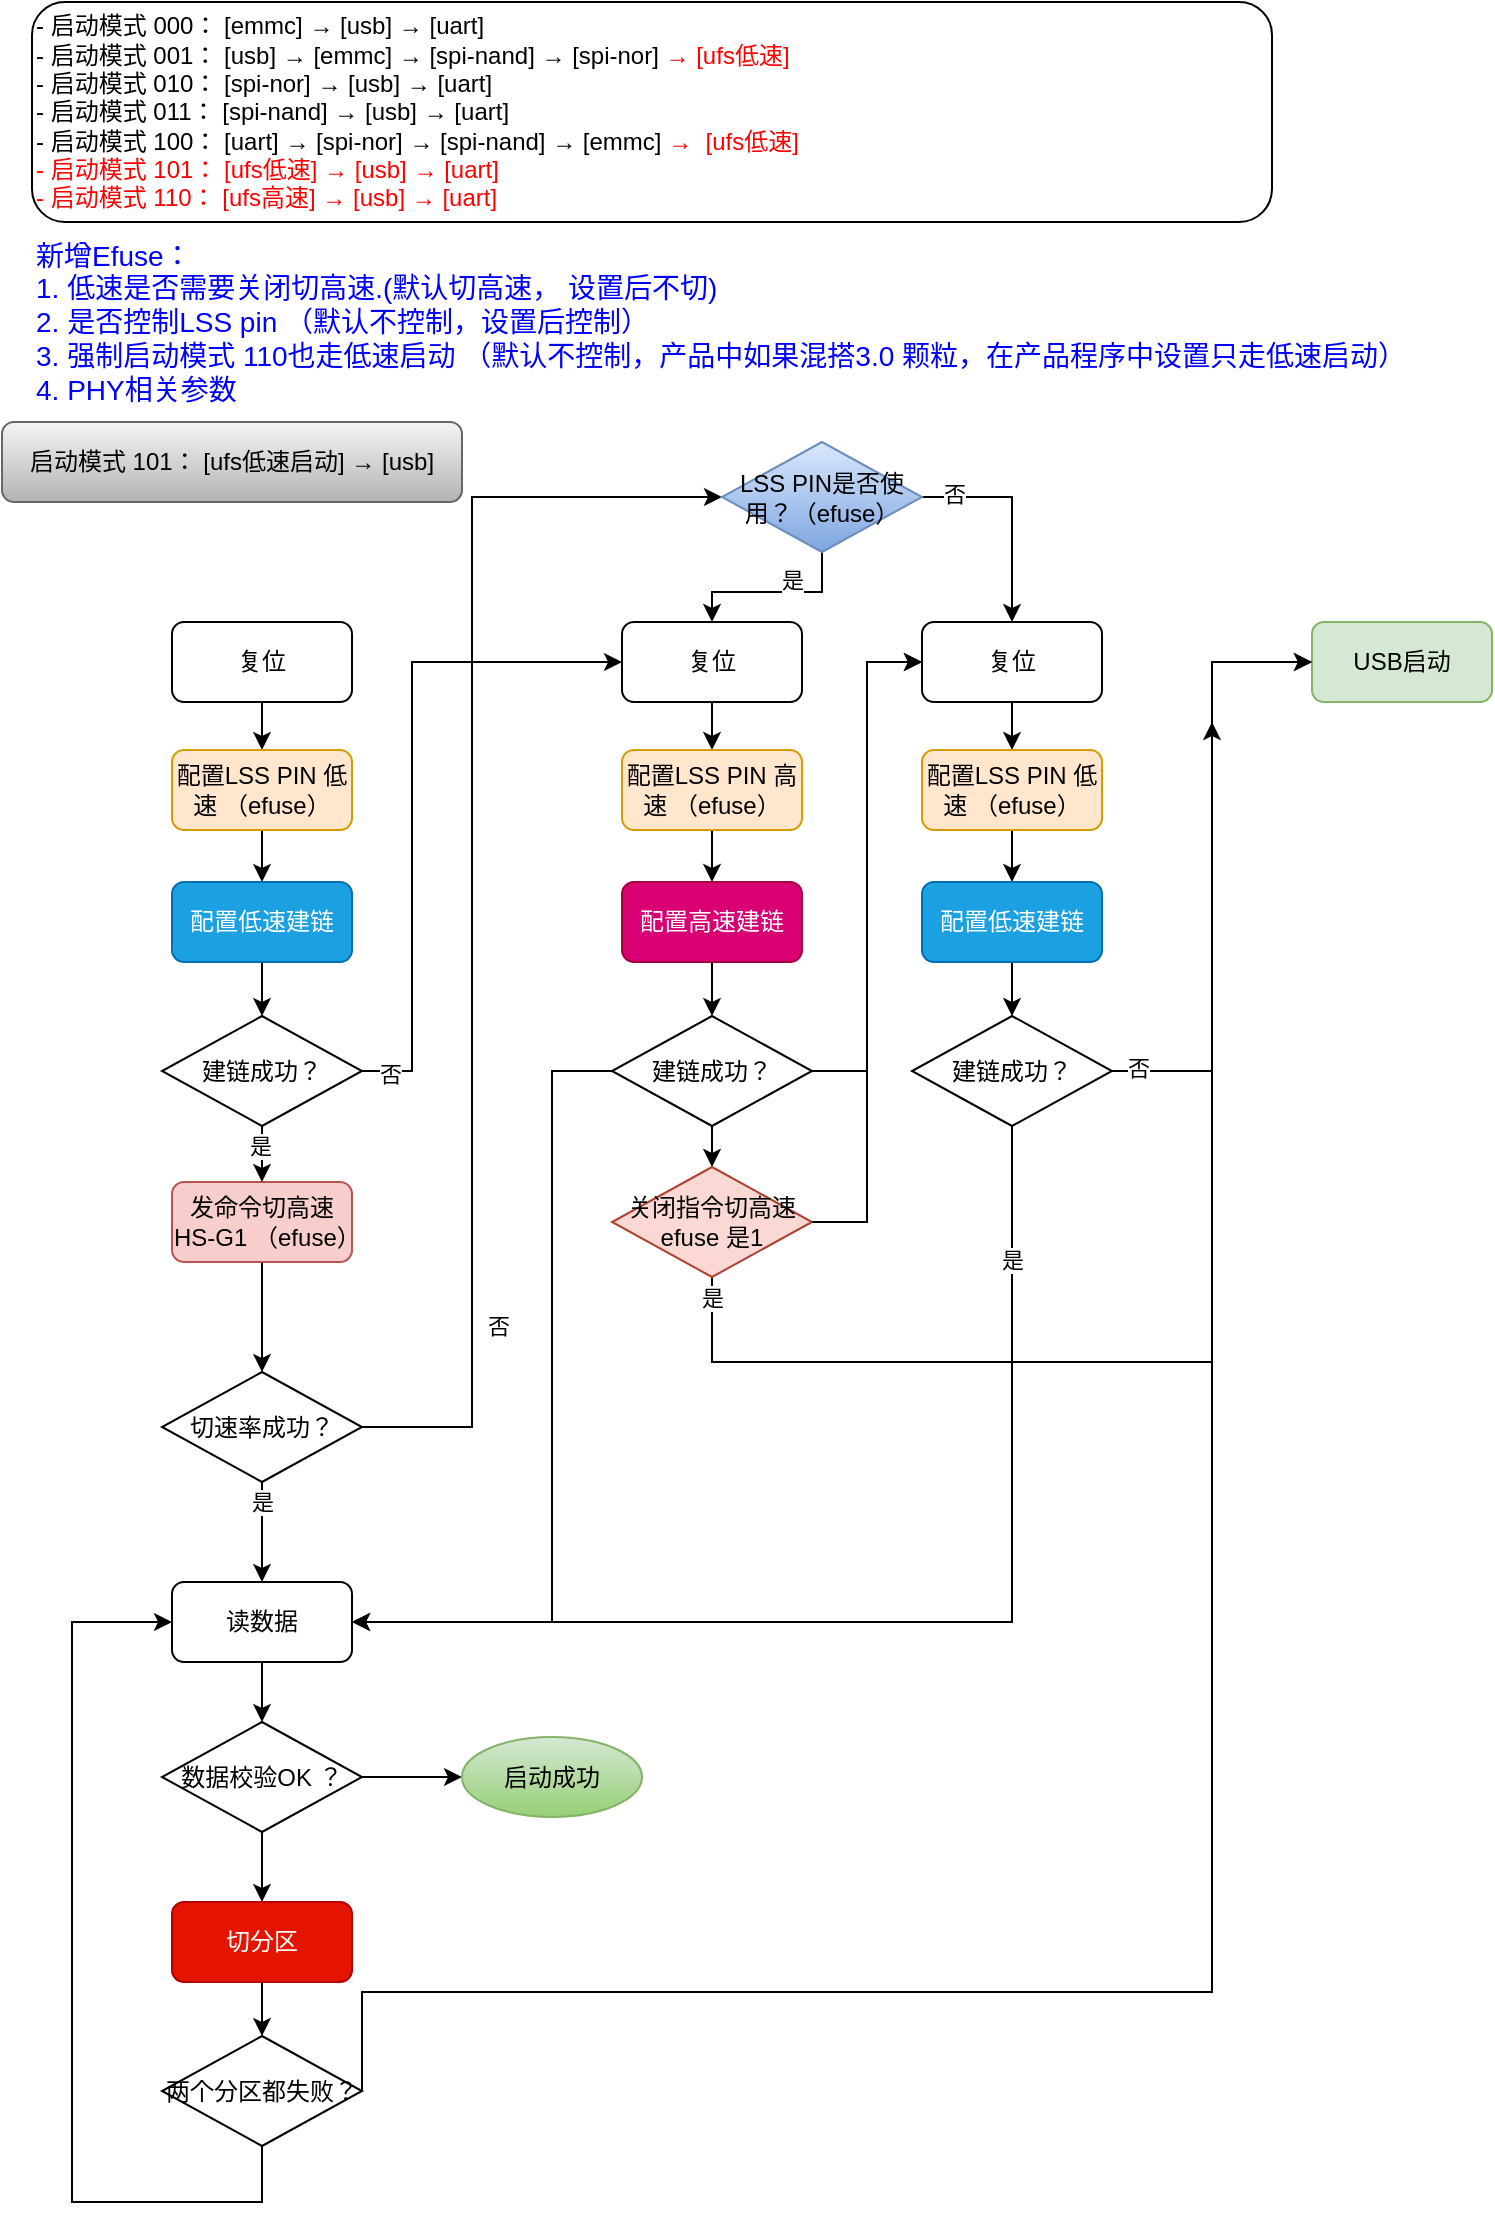
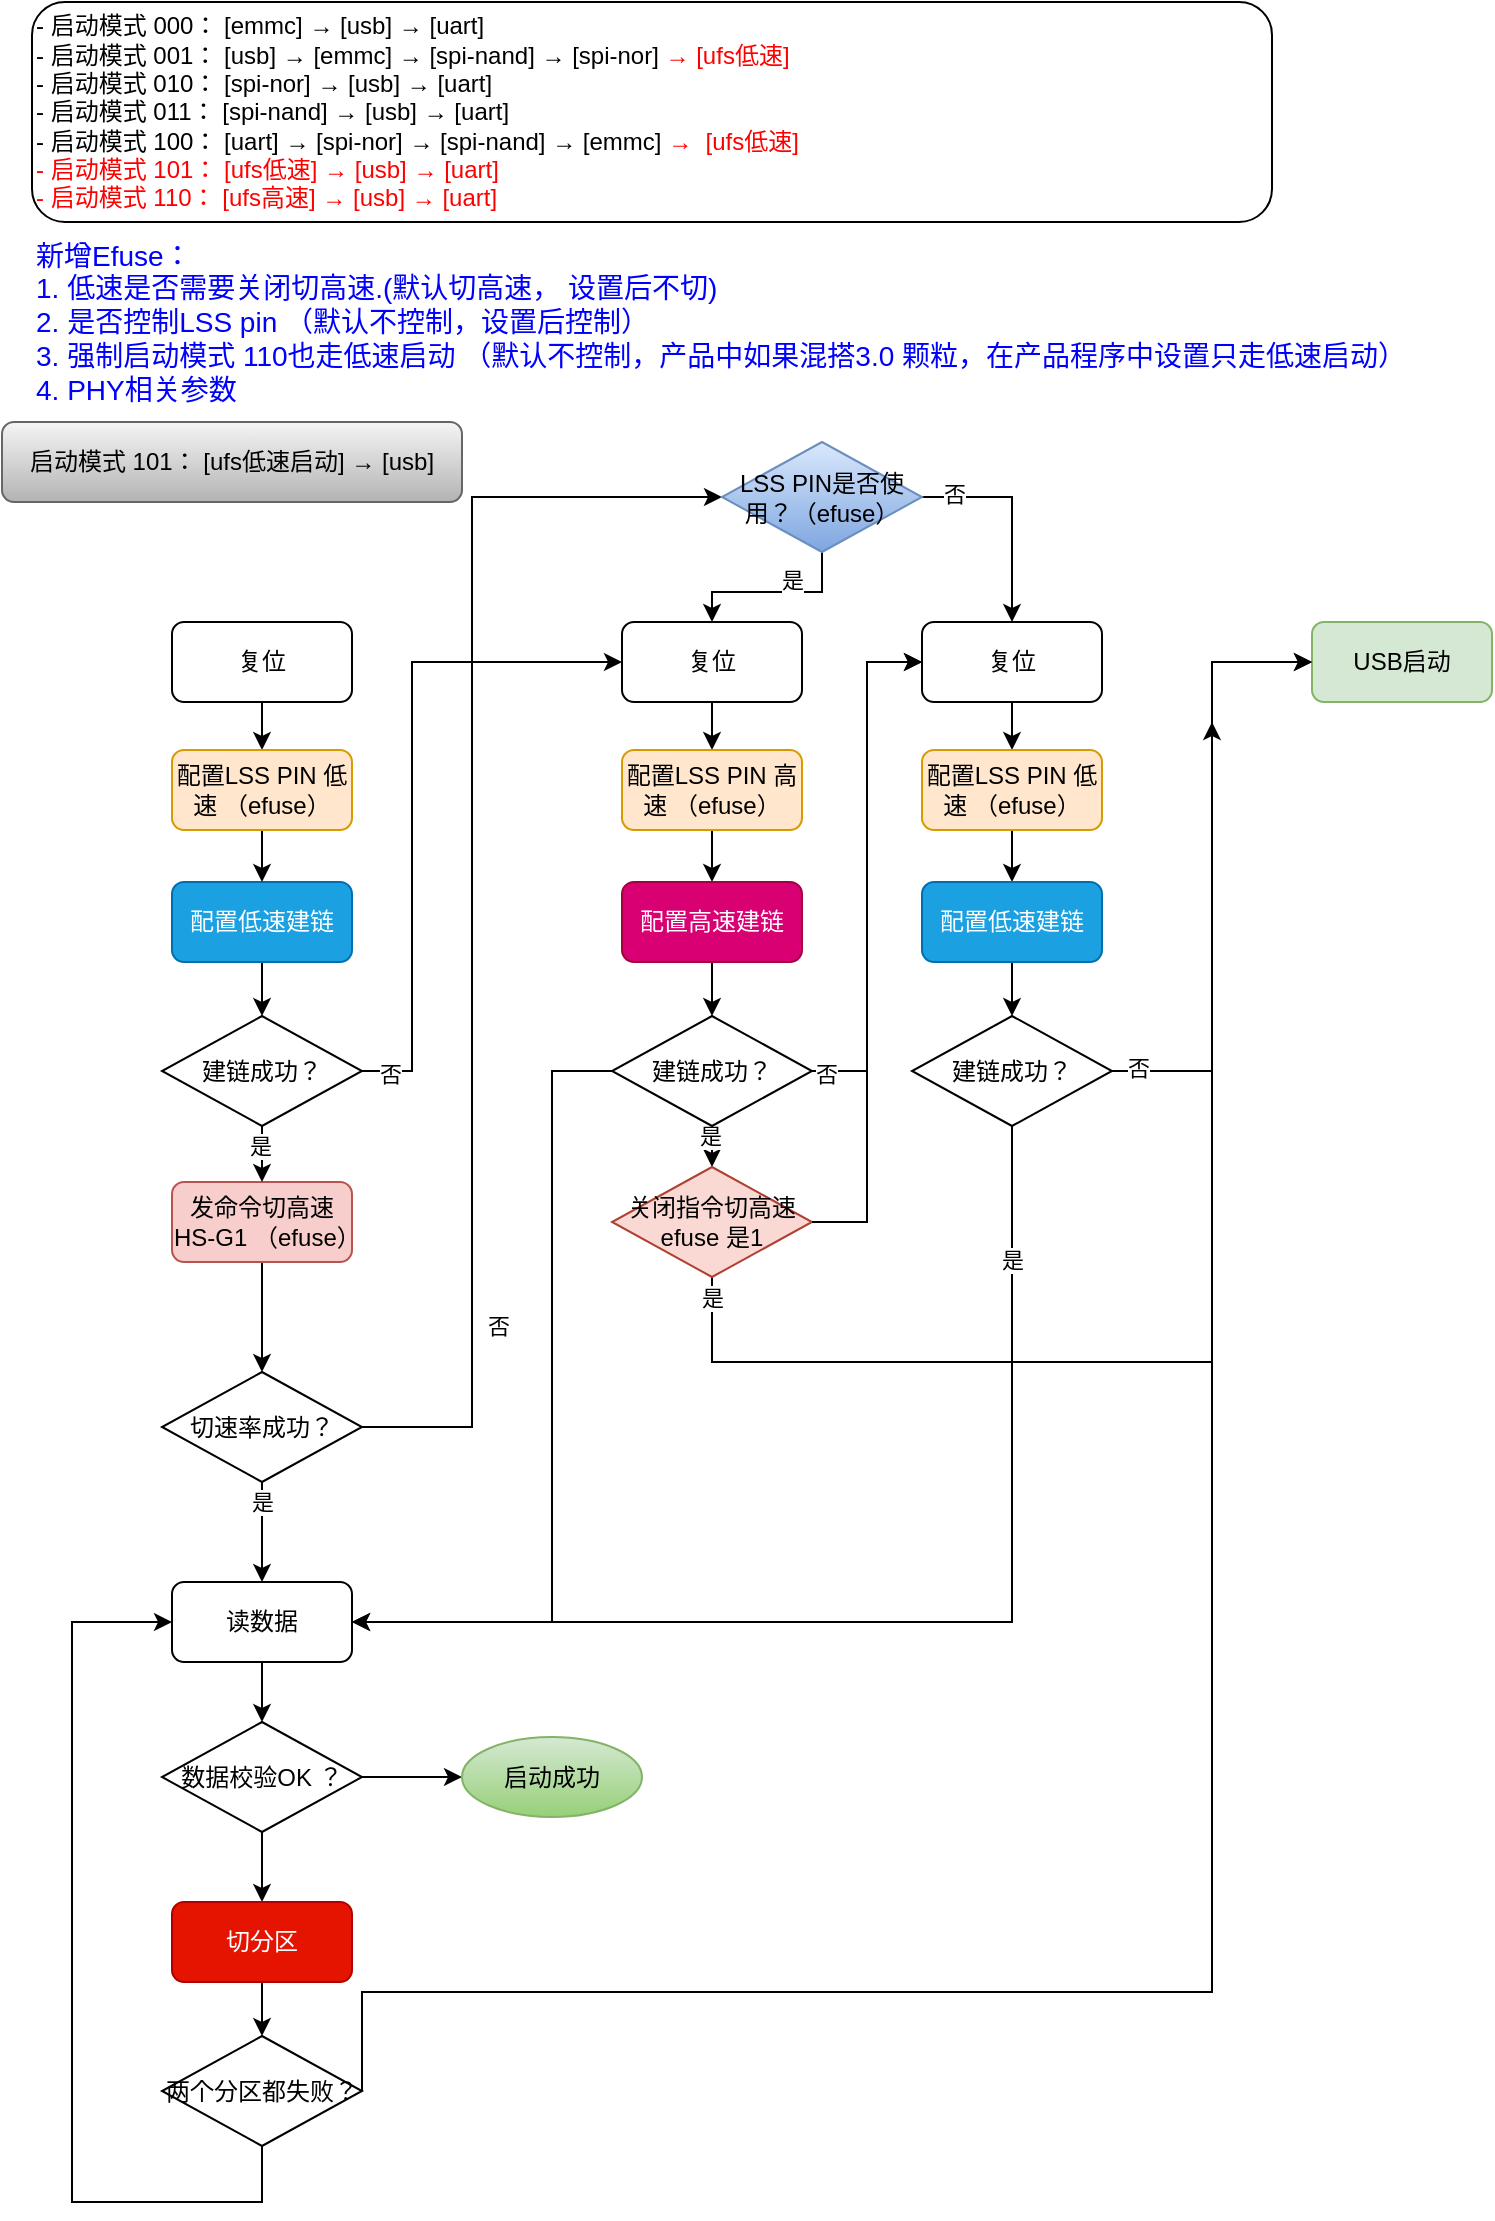
<mxfile host="app.diagrams.net" pages="3">
  <diagram name="第 1 页" id="G7MmgVwn_JN6exUAJ0xq">
    <mxGraphModel dx="1082" dy="561" grid="1" gridSize="10" guides="1" tooltips="1" connect="1" arrows="1" fold="1" page="1" pageScale="1" pageWidth="827" pageHeight="1169" math="0" shadow="0">
      <root>
        <mxCell id="0" />
        <mxCell id="1" parent="0" />
        <mxCell id="rA-qTAb89klGYPX6EJBB-1" parent="1" style="rounded=1;whiteSpace=wrap;html=1;align=left;" value="&lt;div&gt;-&amp;nbsp;&lt;span style=&quot;background-color: transparent; color: light-dark(rgb(0, 0, 0), rgb(255, 255, 255));&quot;&gt;启动模式&amp;nbsp;&lt;/span&gt;&lt;span style=&quot;background-color: transparent; color: light-dark(rgb(0, 0, 0), rgb(255, 255, 255));&quot;&gt;000： [emmc] → [usb] → [uart]&lt;/span&gt;&lt;/div&gt;&lt;div&gt;- 启动模式 001： [usb] → [emmc] → [spi-nand] → [spi-nor]&amp;nbsp;&lt;span style=&quot;background-color: transparent;&quot;&gt;&lt;font style=&quot;color: light-dark(rgb(255, 0, 0), rgb(255, 255, 255));&quot;&gt;→ [ufs低速]&lt;/font&gt;&lt;/span&gt;&lt;span style=&quot;background-color: transparent; color: light-dark(rgb(0, 0, 0), rgb(255, 255, 255));&quot;&gt;&amp;nbsp;&lt;/span&gt;&lt;span style=&quot;background-color: transparent; color: light-dark(rgb(0, 0, 0), rgb(255, 255, 255));&quot;&gt;&amp;nbsp;&lt;/span&gt;&lt;/div&gt;&lt;div&gt;- 启动模式 010： [spi-nor] → [usb] → [uart]&lt;/div&gt;&lt;div&gt;- 启动模式 011： [spi-nand] → [usb] → [uart]&lt;/div&gt;&lt;div&gt;- 启动模式 100： [uart] → [spi-nor] → [spi-nand] → [emmc]&amp;nbsp;&lt;font style=&quot;color: light-dark(rgb(255, 0, 0), rgb(255, 255, 255));&quot;&gt;&lt;span style=&quot;background-color: transparent;&quot;&gt;→&lt;/span&gt;&lt;span style=&quot;background-color: transparent;&quot;&gt;&amp;nbsp;&lt;/span&gt;&lt;span style=&quot;background-color: transparent;&quot;&gt;&amp;nbsp;&lt;/span&gt;&lt;span style=&quot;background-color: transparent;&quot;&gt;[ufs低速]&lt;/span&gt;&lt;/font&gt;&lt;span style=&quot;background-color: transparent; color: light-dark(rgb(0, 0, 0), rgb(255, 255, 255));&quot;&gt;&amp;nbsp;&lt;/span&gt;&lt;/div&gt;&lt;div&gt;&lt;font style=&quot;color: light-dark(rgb(255, 0, 0), rgb(255, 255, 255));&quot;&gt;- 启动模式 101： [ufs低速] &lt;span style=&quot;background-color: transparent;&quot;&gt;→&amp;nbsp;&lt;/span&gt;&lt;span style=&quot;background-color: transparent;&quot;&gt;[usb]&lt;/span&gt;&lt;span style=&quot;background-color: transparent;&quot;&gt; &lt;/span&gt;&lt;span style=&quot;background-color: transparent;&quot;&gt;→ [uart]&lt;/span&gt;&lt;/font&gt;&lt;/div&gt;&lt;div&gt;&lt;font style=&quot;color: light-dark(rgb(255, 0, 0), rgb(255, 255, 255));&quot;&gt;- 启动模式 110：&amp;nbsp;&lt;span style=&quot;background-color: transparent;&quot;&gt;[ufs高速]&lt;/span&gt;&lt;span style=&quot;background-color: transparent;&quot;&gt; &lt;/span&gt;&lt;span style=&quot;background-color: transparent;&quot;&gt;→ &lt;/span&gt;&lt;span style=&quot;background-color: transparent;&quot;&gt;[usb]&lt;/span&gt;&lt;span style=&quot;background-color: transparent;&quot;&gt; &lt;/span&gt;&lt;span style=&quot;background-color: transparent;&quot;&gt;→ [uart]&lt;/span&gt;&lt;/font&gt;&lt;/div&gt;" vertex="1">
          <mxGeometry height="110" width="620" x="90" y="10" as="geometry" />
        </mxCell>
        <mxCell id="NB0EyB8uGB_RDp4CUSld-2" parent="1" style="text;html=1;whiteSpace=wrap;strokeColor=none;fillColor=none;align=left;verticalAlign=middle;rounded=0;fontColor=#0000FF;fontSize=14;" value="新增Efuse：&lt;div&gt;1. 低速是否需要关闭切高速.(默认切高速， 设置后不切)&lt;/div&gt;&lt;div&gt;2. 是否控制LSS pin （默认不控制，设置后控制）&lt;/div&gt;&lt;div&gt;3. 强制启动模式 110也走低速启动 （默认不控制，产品中如果混搭3.0 颗粒，在产品程序中设置只走低速启动）&lt;/div&gt;&lt;div&gt;4. PHY相关参数&lt;/div&gt;" vertex="1">
          <mxGeometry height="80" width="695" x="90" y="130" as="geometry" />
        </mxCell>
        <mxCell id="NB0EyB8uGB_RDp4CUSld-23" edge="1" parent="1" source="NB0EyB8uGB_RDp4CUSld-5" style="edgeStyle=orthogonalEdgeStyle;rounded=0;orthogonalLoop=1;jettySize=auto;html=1;exitX=0.5;exitY=1;exitDx=0;exitDy=0;entryX=0.5;entryY=0;entryDx=0;entryDy=0;" target="NB0EyB8uGB_RDp4CUSld-7">
          <mxGeometry relative="1" as="geometry" />
        </mxCell>
        <mxCell id="NB0EyB8uGB_RDp4CUSld-5" parent="1" style="rounded=1;whiteSpace=wrap;html=1;" value="复位" vertex="1">
          <mxGeometry height="40" width="90" x="160" y="320" as="geometry" />
        </mxCell>
        <mxCell id="NB0EyB8uGB_RDp4CUSld-25" edge="1" parent="1" source="NB0EyB8uGB_RDp4CUSld-6" style="edgeStyle=orthogonalEdgeStyle;rounded=0;orthogonalLoop=1;jettySize=auto;html=1;exitX=0.5;exitY=1;exitDx=0;exitDy=0;entryX=0.5;entryY=0;entryDx=0;entryDy=0;" target="NB0EyB8uGB_RDp4CUSld-9">
          <mxGeometry relative="1" as="geometry" />
        </mxCell>
        <mxCell id="NB0EyB8uGB_RDp4CUSld-6" parent="1" style="rounded=1;whiteSpace=wrap;html=1;fillColor=#1ba1e2;fontColor=#ffffff;strokeColor=#006EAF;" value="配置低速建链" vertex="1">
          <mxGeometry height="40" width="90" x="160" y="450" as="geometry" />
        </mxCell>
        <mxCell id="NB0EyB8uGB_RDp4CUSld-24" edge="1" parent="1" source="NB0EyB8uGB_RDp4CUSld-7" style="edgeStyle=orthogonalEdgeStyle;rounded=0;orthogonalLoop=1;jettySize=auto;html=1;exitX=0.5;exitY=1;exitDx=0;exitDy=0;entryX=0.5;entryY=0;entryDx=0;entryDy=0;" target="NB0EyB8uGB_RDp4CUSld-6">
          <mxGeometry relative="1" as="geometry">
            <mxPoint x="205" y="444" as="targetPoint" />
          </mxGeometry>
        </mxCell>
        <mxCell id="NB0EyB8uGB_RDp4CUSld-7" parent="1" style="rounded=1;whiteSpace=wrap;html=1;fillColor=#ffe6cc;strokeColor=#d79b00;" value="配置LSS PIN 低速 （efuse）" vertex="1">
          <mxGeometry height="40" width="90" x="160" y="384" as="geometry" />
        </mxCell>
        <mxCell id="nlYxO6ynGPBAqDfEtOoi-11" edge="1" parent="1" source="NB0EyB8uGB_RDp4CUSld-8" style="edgeStyle=orthogonalEdgeStyle;rounded=0;orthogonalLoop=1;jettySize=auto;html=1;exitX=0.5;exitY=1;exitDx=0;exitDy=0;entryX=0.5;entryY=0;entryDx=0;entryDy=0;" target="NB0EyB8uGB_RDp4CUSld-17">
          <mxGeometry relative="1" as="geometry" />
        </mxCell>
        <mxCell id="NB0EyB8uGB_RDp4CUSld-8" parent="1" style="rounded=1;whiteSpace=wrap;html=1;fillColor=#f8cecc;strokeColor=#b85450;" value="发命令切高速 HS-G1 （efuse）" vertex="1">
          <mxGeometry height="40" width="90" x="160" y="600" as="geometry" />
        </mxCell>
        <mxCell id="NB0EyB8uGB_RDp4CUSld-26" edge="1" parent="1" source="NB0EyB8uGB_RDp4CUSld-9" style="edgeStyle=orthogonalEdgeStyle;rounded=0;orthogonalLoop=1;jettySize=auto;html=1;exitX=0.5;exitY=1;exitDx=0;exitDy=0;" target="NB0EyB8uGB_RDp4CUSld-8">
          <mxGeometry relative="1" as="geometry" />
        </mxCell>
        <mxCell id="KlgkcFlpm4Ags5-VuJH5-14" connectable="0" parent="NB0EyB8uGB_RDp4CUSld-26" style="edgeLabel;html=1;align=center;verticalAlign=middle;resizable=0;points=[];" value="是" vertex="1">
          <mxGeometry relative="1" x="0.2946" y="-1" as="geometry">
            <mxPoint as="offset" />
          </mxGeometry>
        </mxCell>
        <mxCell id="KlgkcFlpm4Ags5-VuJH5-1" edge="1" parent="1" source="NB0EyB8uGB_RDp4CUSld-9" style="edgeStyle=orthogonalEdgeStyle;rounded=0;orthogonalLoop=1;jettySize=auto;html=1;exitX=1;exitY=0.5;exitDx=0;exitDy=0;entryX=0;entryY=0.5;entryDx=0;entryDy=0;" target="NB0EyB8uGB_RDp4CUSld-11">
          <mxGeometry relative="1" as="geometry">
            <Array as="points">
              <mxPoint x="280" y="544" />
              <mxPoint x="280" y="340" />
            </Array>
          </mxGeometry>
        </mxCell>
        <mxCell id="EtqkF_9cvnQ7-kIktsik-1" connectable="0" parent="KlgkcFlpm4Ags5-VuJH5-1" style="edgeLabel;html=1;align=center;verticalAlign=middle;resizable=0;points=[];" value="否" vertex="1">
          <mxGeometry relative="1" x="-0.9205" y="-1" as="geometry">
            <mxPoint as="offset" />
          </mxGeometry>
        </mxCell>
        <mxCell id="NB0EyB8uGB_RDp4CUSld-9" parent="1" style="rhombus;whiteSpace=wrap;html=1;" value="建链成功？" vertex="1">
          <mxGeometry height="55" width="100" x="155" y="517" as="geometry" />
        </mxCell>
        <mxCell id="NB0EyB8uGB_RDp4CUSld-10" parent="1" style="rounded=1;whiteSpace=wrap;html=1;fillColor=#f5f5f5;gradientColor=#b3b3b3;strokeColor=#666666;" value="&lt;span style=&quot;text-align: left;&quot;&gt;启动模式 101： [ufs低速启动] &lt;/span&gt;&lt;span style=&quot;color: light-dark(rgb(0, 0, 0), rgb(255, 255, 255)); text-align: left; background-color: transparent;&quot;&gt;→ &lt;/span&gt;&lt;span style=&quot;color: light-dark(rgb(0, 0, 0), rgb(255, 255, 255)); text-align: left; background-color: transparent;&quot;&gt;[usb]&lt;/span&gt;" vertex="1">
          <mxGeometry height="40" width="230" x="75" y="220" as="geometry" />
        </mxCell>
        <mxCell id="NB0EyB8uGB_RDp4CUSld-36" edge="1" parent="1" source="NB0EyB8uGB_RDp4CUSld-11" style="edgeStyle=orthogonalEdgeStyle;rounded=0;orthogonalLoop=1;jettySize=auto;html=1;exitX=0.5;exitY=1;exitDx=0;exitDy=0;entryX=0.5;entryY=0;entryDx=0;entryDy=0;" target="NB0EyB8uGB_RDp4CUSld-12">
          <mxGeometry relative="1" as="geometry" />
        </mxCell>
        <mxCell id="NB0EyB8uGB_RDp4CUSld-11" parent="1" style="rounded=1;whiteSpace=wrap;html=1;" value="复位" vertex="1">
          <mxGeometry height="40" width="90" x="385" y="320" as="geometry" />
        </mxCell>
        <mxCell id="NB0EyB8uGB_RDp4CUSld-37" edge="1" parent="1" source="NB0EyB8uGB_RDp4CUSld-12" style="edgeStyle=orthogonalEdgeStyle;rounded=0;orthogonalLoop=1;jettySize=auto;html=1;exitX=0.5;exitY=1;exitDx=0;exitDy=0;entryX=0.5;entryY=0;entryDx=0;entryDy=0;" target="NB0EyB8uGB_RDp4CUSld-13">
          <mxGeometry relative="1" as="geometry" />
        </mxCell>
        <mxCell id="NB0EyB8uGB_RDp4CUSld-12" parent="1" style="rounded=1;whiteSpace=wrap;html=1;fillColor=#ffe6cc;strokeColor=#d79b00;" value="配置LSS PIN 高速 （efuse）" vertex="1">
          <mxGeometry height="40" width="90" x="385" y="384" as="geometry" />
        </mxCell>
        <mxCell id="NB0EyB8uGB_RDp4CUSld-38" edge="1" parent="1" source="NB0EyB8uGB_RDp4CUSld-13" style="edgeStyle=orthogonalEdgeStyle;rounded=0;orthogonalLoop=1;jettySize=auto;html=1;exitX=0.5;exitY=1;exitDx=0;exitDy=0;entryX=0.5;entryY=0;entryDx=0;entryDy=0;" target="NB0EyB8uGB_RDp4CUSld-31">
          <mxGeometry relative="1" as="geometry" />
        </mxCell>
        <mxCell id="NB0EyB8uGB_RDp4CUSld-13" parent="1" style="rounded=1;whiteSpace=wrap;html=1;fillColor=#d80073;fontColor=#ffffff;strokeColor=#A50040;" value="配置高速建链" vertex="1">
          <mxGeometry height="40" width="90" x="385" y="450" as="geometry" />
        </mxCell>
        <mxCell id="nlYxO6ynGPBAqDfEtOoi-6" edge="1" parent="1" source="NB0EyB8uGB_RDp4CUSld-17" style="edgeStyle=orthogonalEdgeStyle;rounded=0;orthogonalLoop=1;jettySize=auto;html=1;exitX=1;exitY=0.5;exitDx=0;exitDy=0;entryX=0;entryY=0.5;entryDx=0;entryDy=0;" target="nlYxO6ynGPBAqDfEtOoi-10">
          <mxGeometry relative="1" as="geometry">
            <Array as="points">
              <mxPoint x="310" y="722" />
              <mxPoint x="310" y="258" />
            </Array>
            <mxPoint x="130" y="723" as="sourcePoint" />
            <mxPoint x="150" y="723" as="targetPoint" />
          </mxGeometry>
        </mxCell>
        <mxCell id="nlYxO6ynGPBAqDfEtOoi-9" connectable="0" parent="nlYxO6ynGPBAqDfEtOoi-6" style="edgeLabel;html=1;align=center;verticalAlign=middle;resizable=0;points=[];" value="否" vertex="1">
          <mxGeometry relative="1" x="-0.6713" as="geometry">
            <mxPoint x="13" as="offset" />
          </mxGeometry>
        </mxCell>
        <mxCell id="nlYxO6ynGPBAqDfEtOoi-8" edge="1" parent="1" source="NB0EyB8uGB_RDp4CUSld-17" style="edgeStyle=orthogonalEdgeStyle;rounded=0;orthogonalLoop=1;jettySize=auto;html=1;exitX=0.5;exitY=1;exitDx=0;exitDy=0;entryX=0.5;entryY=0;entryDx=0;entryDy=0;" target="NB0EyB8uGB_RDp4CUSld-18">
          <mxGeometry relative="1" as="geometry" />
        </mxCell>
        <mxCell id="Z7nybjEb23sUcgY__4wY-1" connectable="0" parent="nlYxO6ynGPBAqDfEtOoi-8" style="edgeLabel;html=1;align=center;verticalAlign=middle;resizable=0;points=[];" value="是" vertex="1">
          <mxGeometry relative="1" x="-0.5905" as="geometry">
            <mxPoint as="offset" />
          </mxGeometry>
        </mxCell>
        <mxCell id="NB0EyB8uGB_RDp4CUSld-17" parent="1" style="rhombus;whiteSpace=wrap;html=1;" value="切速率成功？" vertex="1">
          <mxGeometry height="55" width="100" x="155" y="695" as="geometry" />
        </mxCell>
        <mxCell id="NB0EyB8uGB_RDp4CUSld-29" edge="1" parent="1" source="NB0EyB8uGB_RDp4CUSld-18" style="edgeStyle=orthogonalEdgeStyle;rounded=0;orthogonalLoop=1;jettySize=auto;html=1;exitX=0.5;exitY=1;exitDx=0;exitDy=0;entryX=0.5;entryY=0;entryDx=0;entryDy=0;" target="NB0EyB8uGB_RDp4CUSld-20">
          <mxGeometry relative="1" as="geometry" />
        </mxCell>
        <mxCell id="NB0EyB8uGB_RDp4CUSld-18" parent="1" style="rounded=1;whiteSpace=wrap;html=1;" value="读数据" vertex="1">
          <mxGeometry height="40" width="90" x="160" y="800" as="geometry" />
        </mxCell>
        <mxCell id="NB0EyB8uGB_RDp4CUSld-30" edge="1" parent="1" source="NB0EyB8uGB_RDp4CUSld-20" style="edgeStyle=orthogonalEdgeStyle;rounded=0;orthogonalLoop=1;jettySize=auto;html=1;exitX=0.5;exitY=1;exitDx=0;exitDy=0;entryX=0.5;entryY=0;entryDx=0;entryDy=0;" target="NB0EyB8uGB_RDp4CUSld-21">
          <mxGeometry relative="1" as="geometry" />
        </mxCell>
        <mxCell id="Vg5q-0XLda4XJRTYY7xd-2" edge="1" parent="1" source="NB0EyB8uGB_RDp4CUSld-20" style="edgeStyle=orthogonalEdgeStyle;rounded=0;orthogonalLoop=1;jettySize=auto;html=1;exitX=1;exitY=0.5;exitDx=0;exitDy=0;entryX=0;entryY=0.5;entryDx=0;entryDy=0;" target="Vg5q-0XLda4XJRTYY7xd-1">
          <mxGeometry relative="1" as="geometry" />
        </mxCell>
        <mxCell id="NB0EyB8uGB_RDp4CUSld-20" parent="1" style="rhombus;whiteSpace=wrap;html=1;" value="数据校验OK ？" vertex="1">
          <mxGeometry height="55" width="100" x="155" y="870" as="geometry" />
        </mxCell>
        <mxCell id="NB0EyB8uGB_RDp4CUSld-22" edge="1" parent="1" source="KlgkcFlpm4Ags5-VuJH5-11" style="edgeStyle=orthogonalEdgeStyle;rounded=0;orthogonalLoop=1;jettySize=auto;html=1;exitX=0.5;exitY=1;exitDx=0;exitDy=0;entryX=0;entryY=0.5;entryDx=0;entryDy=0;" target="NB0EyB8uGB_RDp4CUSld-18">
          <mxGeometry relative="1" as="geometry">
            <Array as="points">
              <mxPoint x="205" y="1110" />
              <mxPoint x="110" y="1110" />
              <mxPoint x="110" y="820" />
            </Array>
          </mxGeometry>
        </mxCell>
        <mxCell id="KlgkcFlpm4Ags5-VuJH5-12" edge="1" parent="1" source="NB0EyB8uGB_RDp4CUSld-21" style="edgeStyle=orthogonalEdgeStyle;rounded=0;orthogonalLoop=1;jettySize=auto;html=1;exitX=0.5;exitY=1;exitDx=0;exitDy=0;entryX=0.5;entryY=0;entryDx=0;entryDy=0;" target="KlgkcFlpm4Ags5-VuJH5-11">
          <mxGeometry relative="1" as="geometry" />
        </mxCell>
        <mxCell id="NB0EyB8uGB_RDp4CUSld-21" parent="1" style="rounded=1;whiteSpace=wrap;html=1;fillColor=#e51400;fontColor=#ffffff;strokeColor=#B20000;" value="切分区" vertex="1">
          <mxGeometry height="40" width="90" x="160" y="960" as="geometry" />
        </mxCell>
        <mxCell id="KlgkcFlpm4Ags5-VuJH5-8" edge="1" parent="1" source="NB0EyB8uGB_RDp4CUSld-31" style="edgeStyle=orthogonalEdgeStyle;rounded=0;orthogonalLoop=1;jettySize=auto;html=1;exitX=1;exitY=0.5;exitDx=0;exitDy=0;entryX=0;entryY=0.5;entryDx=0;entryDy=0;" target="NB0EyB8uGB_RDp4CUSld-42">
          <mxGeometry relative="1" as="geometry" />
        </mxCell>
+         <mxCell id="QEKlzjzncTF9FpihQKVG-2" connectable="0" parent="KlgkcFlpm4Ags5-VuJH5-8" style="edgeLabel;html=1;align=center;verticalAlign=middle;resizable=0;points=[];" value="否" vertex="1">
+           <mxGeometry relative="1" x="-0.9449" y="-1" as="geometry">
+             <mxPoint as="offset" />
+           </mxGeometry>
+         </mxCell>
        <mxCell id="Vg5q-0XLda4XJRTYY7xd-7" edge="1" parent="1" source="NB0EyB8uGB_RDp4CUSld-31" style="edgeStyle=orthogonalEdgeStyle;rounded=0;orthogonalLoop=1;jettySize=auto;html=1;exitX=0;exitY=0.5;exitDx=0;exitDy=0;">
          <mxGeometry relative="1" as="geometry">
            <Array as="points">
              <mxPoint x="350" y="545" />
              <mxPoint x="350" y="820" />
              <mxPoint x="250" y="820" />
            </Array>
            <mxPoint x="250" y="820" as="targetPoint" />
          </mxGeometry>
        </mxCell>
        <mxCell id="Vg5q-0XLda4XJRTYY7xd-8" edge="1" parent="1" source="NB0EyB8uGB_RDp4CUSld-31" style="edgeStyle=orthogonalEdgeStyle;rounded=0;orthogonalLoop=1;jettySize=auto;html=1;exitX=0.5;exitY=1;exitDx=0;exitDy=0;entryX=0.5;entryY=0;entryDx=0;entryDy=0;" target="Vg5q-0XLda4XJRTYY7xd-3">
          <mxGeometry relative="1" as="geometry" />
+         </mxCell>
+         <mxCell id="QEKlzjzncTF9FpihQKVG-3" connectable="0" parent="Vg5q-0XLda4XJRTYY7xd-8" style="edgeLabel;html=1;align=center;verticalAlign=middle;resizable=0;points=[];" value="是" vertex="1">
+           <mxGeometry relative="1" x="-0.5664" y="-1" as="geometry">
+             <mxPoint as="offset" />
+           </mxGeometry>
        </mxCell>
        <mxCell id="NB0EyB8uGB_RDp4CUSld-31" parent="1" style="rhombus;whiteSpace=wrap;html=1;" value="建链成功？" vertex="1">
          <mxGeometry height="55" width="100" x="380" y="517" as="geometry" />
        </mxCell>
        <mxCell id="KlgkcFlpm4Ags5-VuJH5-5" edge="1" parent="1" source="NB0EyB8uGB_RDp4CUSld-42" style="edgeStyle=orthogonalEdgeStyle;rounded=0;orthogonalLoop=1;jettySize=auto;html=1;exitX=0.5;exitY=1;exitDx=0;exitDy=0;entryX=0.5;entryY=0;entryDx=0;entryDy=0;" target="NB0EyB8uGB_RDp4CUSld-43">
          <mxGeometry relative="1" as="geometry" />
        </mxCell>
        <mxCell id="NB0EyB8uGB_RDp4CUSld-42" parent="1" style="rounded=1;whiteSpace=wrap;html=1;" value="复位" vertex="1">
          <mxGeometry height="40" width="90" x="535" y="320" as="geometry" />
        </mxCell>
        <mxCell id="KlgkcFlpm4Ags5-VuJH5-6" edge="1" parent="1" source="NB0EyB8uGB_RDp4CUSld-43" style="edgeStyle=orthogonalEdgeStyle;rounded=0;orthogonalLoop=1;jettySize=auto;html=1;exitX=0.5;exitY=1;exitDx=0;exitDy=0;entryX=0.5;entryY=0;entryDx=0;entryDy=0;" target="NB0EyB8uGB_RDp4CUSld-44">
          <mxGeometry relative="1" as="geometry" />
        </mxCell>
        <mxCell id="NB0EyB8uGB_RDp4CUSld-43" parent="1" style="rounded=1;whiteSpace=wrap;html=1;fillColor=#ffe6cc;strokeColor=#d79b00;" value="配置LSS PIN 低速 （efuse）" vertex="1">
          <mxGeometry height="40" width="90" x="535" y="384" as="geometry" />
        </mxCell>
        <mxCell id="KlgkcFlpm4Ags5-VuJH5-7" edge="1" parent="1" source="NB0EyB8uGB_RDp4CUSld-44" style="edgeStyle=orthogonalEdgeStyle;rounded=0;orthogonalLoop=1;jettySize=auto;html=1;exitX=0.5;exitY=1;exitDx=0;exitDy=0;entryX=0.5;entryY=0;entryDx=0;entryDy=0;" target="NB0EyB8uGB_RDp4CUSld-45">
          <mxGeometry relative="1" as="geometry" />
        </mxCell>
        <mxCell id="NB0EyB8uGB_RDp4CUSld-44" parent="1" style="rounded=1;whiteSpace=wrap;html=1;fillColor=#1ba1e2;fontColor=#ffffff;strokeColor=#006EAF;" value="配置低速建链" vertex="1">
          <mxGeometry height="40" width="90" x="535" y="450" as="geometry" />
        </mxCell>
        <mxCell id="KlgkcFlpm4Ags5-VuJH5-4" edge="1" parent="1" source="NB0EyB8uGB_RDp4CUSld-45" style="edgeStyle=orthogonalEdgeStyle;rounded=0;orthogonalLoop=1;jettySize=auto;html=1;exitX=0.5;exitY=1;exitDx=0;exitDy=0;entryX=1;entryY=0.5;entryDx=0;entryDy=0;" target="NB0EyB8uGB_RDp4CUSld-18">
          <mxGeometry relative="1" as="geometry">
            <Array as="points">
              <mxPoint x="580" y="820" />
            </Array>
            <mxPoint x="250" y="770" as="targetPoint" />
          </mxGeometry>
        </mxCell>
        <mxCell id="KlgkcFlpm4Ags5-VuJH5-18" connectable="0" parent="KlgkcFlpm4Ags5-VuJH5-4" style="edgeLabel;html=1;align=center;verticalAlign=middle;resizable=0;points=[];" value="是" vertex="1">
          <mxGeometry relative="1" x="-0.7697" as="geometry">
            <mxPoint as="offset" />
          </mxGeometry>
        </mxCell>
        <mxCell id="KlgkcFlpm4Ags5-VuJH5-19" edge="1" parent="1" source="NB0EyB8uGB_RDp4CUSld-45" style="edgeStyle=orthogonalEdgeStyle;rounded=0;orthogonalLoop=1;jettySize=auto;html=1;exitX=1;exitY=0.5;exitDx=0;exitDy=0;">
          <mxGeometry relative="1" as="geometry">
            <Array as="points">
              <mxPoint x="680" y="544" />
              <mxPoint x="680" y="380" />
            </Array>
            <mxPoint x="680" y="370" as="targetPoint" />
          </mxGeometry>
        </mxCell>
        <mxCell id="QEKlzjzncTF9FpihQKVG-1" connectable="0" parent="KlgkcFlpm4Ags5-VuJH5-19" style="edgeLabel;html=1;align=center;verticalAlign=middle;resizable=0;points=[];" value="否" vertex="1">
          <mxGeometry relative="1" x="-0.8829" y="2" as="geometry">
            <mxPoint as="offset" />
          </mxGeometry>
        </mxCell>
        <mxCell id="NB0EyB8uGB_RDp4CUSld-45" parent="1" style="rhombus;whiteSpace=wrap;html=1;" value="建链成功？" vertex="1">
          <mxGeometry height="55" width="100" x="530" y="517" as="geometry" />
        </mxCell>
        <mxCell id="KlgkcFlpm4Ags5-VuJH5-9" parent="1" style="rounded=1;whiteSpace=wrap;html=1;fillColor=#d5e8d4;strokeColor=#82b366;" value="USB启动" vertex="1">
          <mxGeometry height="40" width="90" x="730" y="320" as="geometry" />
        </mxCell>
        <mxCell id="KlgkcFlpm4Ags5-VuJH5-13" edge="1" parent="1" source="KlgkcFlpm4Ags5-VuJH5-11" style="edgeStyle=orthogonalEdgeStyle;rounded=0;orthogonalLoop=1;jettySize=auto;html=1;exitX=1;exitY=0.5;exitDx=0;exitDy=0;entryX=0;entryY=0.5;entryDx=0;entryDy=0;" target="KlgkcFlpm4Ags5-VuJH5-9">
          <mxGeometry relative="1" as="geometry">
            <Array as="points">
              <mxPoint x="255" y="1005" />
              <mxPoint x="680" y="1005" />
              <mxPoint x="680" y="340" />
            </Array>
          </mxGeometry>
        </mxCell>
        <mxCell id="KlgkcFlpm4Ags5-VuJH5-11" parent="1" style="rhombus;whiteSpace=wrap;html=1;" value="两个分区都失败？" vertex="1">
          <mxGeometry height="55" width="100" x="155" y="1027" as="geometry" />
        </mxCell>
        <mxCell id="Vg5q-0XLda4XJRTYY7xd-1" parent="1" style="ellipse;whiteSpace=wrap;html=1;fillColor=#d5e8d4;gradientColor=#97d077;strokeColor=#82b366;" value="启动成功" vertex="1">
          <mxGeometry height="40" width="90" x="305" y="877.5" as="geometry" />
        </mxCell>
        <mxCell id="Vg5q-0XLda4XJRTYY7xd-10" edge="1" parent="1" source="Vg5q-0XLda4XJRTYY7xd-3" style="edgeStyle=orthogonalEdgeStyle;rounded=0;orthogonalLoop=1;jettySize=auto;html=1;exitX=0.5;exitY=1;exitDx=0;exitDy=0;entryX=0;entryY=0.5;entryDx=0;entryDy=0;" target="KlgkcFlpm4Ags5-VuJH5-9">
          <mxGeometry relative="1" as="geometry">
            <Array as="points">
              <mxPoint x="430" y="690" />
              <mxPoint x="680" y="690" />
              <mxPoint x="680" y="340" />
            </Array>
          </mxGeometry>
        </mxCell>
        <mxCell id="Vg5q-0XLda4XJRTYY7xd-11" connectable="0" parent="Vg5q-0XLda4XJRTYY7xd-10" style="edgeLabel;html=1;align=center;verticalAlign=middle;resizable=0;points=[];" value="是" vertex="1">
          <mxGeometry relative="1" x="-0.9713" as="geometry">
            <mxPoint as="offset" />
          </mxGeometry>
        </mxCell>
        <mxCell id="Vg5q-0XLda4XJRTYY7xd-3" parent="1" style="rhombus;whiteSpace=wrap;html=1;fillColor=#fad9d5;strokeColor=#ae4132;" value="关闭指令切高速&lt;div&gt;efuse 是1&lt;/div&gt;" vertex="1">
          <mxGeometry height="55" width="100" x="380" y="592.5" as="geometry" />
        </mxCell>
        <mxCell id="Vg5q-0XLda4XJRTYY7xd-9" edge="1" parent="1" source="Vg5q-0XLda4XJRTYY7xd-3" style="edgeStyle=orthogonalEdgeStyle;rounded=0;orthogonalLoop=1;jettySize=auto;html=1;exitX=1;exitY=0.5;exitDx=0;exitDy=0;entryX=0;entryY=0.5;entryDx=0;entryDy=0;" target="NB0EyB8uGB_RDp4CUSld-42">
          <mxGeometry relative="1" as="geometry" />
        </mxCell>
        <mxCell id="nlYxO6ynGPBAqDfEtOoi-12" edge="1" parent="1" source="nlYxO6ynGPBAqDfEtOoi-10" style="edgeStyle=orthogonalEdgeStyle;rounded=0;orthogonalLoop=1;jettySize=auto;html=1;exitX=0.5;exitY=1;exitDx=0;exitDy=0;entryX=0.5;entryY=0;entryDx=0;entryDy=0;" target="NB0EyB8uGB_RDp4CUSld-11">
          <mxGeometry relative="1" as="geometry">
            <Array as="points">
              <mxPoint x="485" y="305" />
              <mxPoint x="430" y="305" />
            </Array>
          </mxGeometry>
        </mxCell>
        <mxCell id="nlYxO6ynGPBAqDfEtOoi-15" connectable="0" parent="nlYxO6ynGPBAqDfEtOoi-12" style="edgeLabel;html=1;align=center;verticalAlign=middle;resizable=0;points=[];" value="是" vertex="1">
          <mxGeometry relative="1" x="-0.685" y="-3" as="geometry">
            <mxPoint x="-12" as="offset" />
          </mxGeometry>
        </mxCell>
        <mxCell id="nlYxO6ynGPBAqDfEtOoi-13" edge="1" parent="1" source="nlYxO6ynGPBAqDfEtOoi-10" style="edgeStyle=orthogonalEdgeStyle;rounded=0;orthogonalLoop=1;jettySize=auto;html=1;exitX=1;exitY=0.5;exitDx=0;exitDy=0;entryX=0.5;entryY=0;entryDx=0;entryDy=0;" target="NB0EyB8uGB_RDp4CUSld-42">
          <mxGeometry relative="1" as="geometry" />
        </mxCell>
        <mxCell id="nlYxO6ynGPBAqDfEtOoi-14" connectable="0" parent="nlYxO6ynGPBAqDfEtOoi-13" style="edgeLabel;html=1;align=center;verticalAlign=middle;resizable=0;points=[];" value="否" vertex="1">
          <mxGeometry relative="1" x="-0.7137" y="2" as="geometry">
            <mxPoint as="offset" />
          </mxGeometry>
        </mxCell>
        <mxCell id="nlYxO6ynGPBAqDfEtOoi-10" parent="1" style="rhombus;whiteSpace=wrap;html=1;fillColor=#dae8fc;gradientColor=#7ea6e0;strokeColor=#6c8ebf;" value="LSS PIN是否使用？（efuse）" vertex="1">
          <mxGeometry height="55" width="100" x="435" y="230" as="geometry" />
        </mxCell>
      </root>
    </mxGraphModel>
  </diagram>
  <diagram id="ql6nhWf0VNW54Wtxsakh" name="第 3 页">
-     <mxGraphModel dx="1082" dy="561" grid="1" gridSize="10" guides="1" tooltips="1" connect="1" arrows="1" fold="1" page="1" pageScale="1" pageWidth="827" pageHeight="1169" math="0" shadow="0">
+     <mxGraphModel grid="1" page="1" gridSize="10" guides="1" tooltips="1" connect="1" arrows="1" fold="1" pageScale="1" pageWidth="827" pageHeight="1169" math="0" shadow="0">
      <root>
        <mxCell id="0" />
        <mxCell id="1" parent="0" />
        <mxCell id="Snxa9bD47oOBx4wNCC72-1" edge="1" parent="1" source="Snxa9bD47oOBx4wNCC72-2" style="edgeStyle=orthogonalEdgeStyle;rounded=0;orthogonalLoop=1;jettySize=auto;html=1;exitX=0.5;exitY=1;exitDx=0;exitDy=0;entryX=0.5;entryY=0;entryDx=0;entryDy=0;" target="Snxa9bD47oOBx4wNCC72-6">
          <mxGeometry relative="1" as="geometry" />
        </mxCell>
        <mxCell id="Snxa9bD47oOBx4wNCC72-2" parent="1" style="rounded=1;whiteSpace=wrap;html=1;" value="复位" vertex="1">
          <mxGeometry height="40" width="90" x="190" y="110" as="geometry" />
        </mxCell>
        <mxCell id="Snxa9bD47oOBx4wNCC72-3" edge="1" parent="1" source="Snxa9bD47oOBx4wNCC72-4" style="edgeStyle=orthogonalEdgeStyle;rounded=0;orthogonalLoop=1;jettySize=auto;html=1;exitX=0.5;exitY=1;exitDx=0;exitDy=0;entryX=0.5;entryY=0;entryDx=0;entryDy=0;" target="Snxa9bD47oOBx4wNCC72-23">
          <mxGeometry relative="1" as="geometry">
            <mxPoint x="235" y="307" as="targetPoint" />
          </mxGeometry>
        </mxCell>
        <mxCell id="Snxa9bD47oOBx4wNCC72-4" parent="1" style="rounded=1;whiteSpace=wrap;html=1;fillColor=#d80073;fontColor=#ffffff;strokeColor=#A50040;" value="配置高速建链" vertex="1">
          <mxGeometry height="40" width="90" x="190" y="240" as="geometry" />
        </mxCell>
        <mxCell id="Snxa9bD47oOBx4wNCC72-5" edge="1" parent="1" source="Snxa9bD47oOBx4wNCC72-6" style="edgeStyle=orthogonalEdgeStyle;rounded=0;orthogonalLoop=1;jettySize=auto;html=1;exitX=0.5;exitY=1;exitDx=0;exitDy=0;entryX=0.5;entryY=0;entryDx=0;entryDy=0;" target="Snxa9bD47oOBx4wNCC72-4">
          <mxGeometry relative="1" as="geometry">
            <mxPoint x="235" y="234" as="targetPoint" />
          </mxGeometry>
        </mxCell>
        <mxCell id="Snxa9bD47oOBx4wNCC72-6" parent="1" style="rounded=1;whiteSpace=wrap;html=1;fillColor=#ffe6cc;strokeColor=#d79b00;" value="配置LSS PIN高速 （efuse）" vertex="1">
          <mxGeometry height="40" width="90" x="190" y="174" as="geometry" />
        </mxCell>
        <mxCell id="Snxa9bD47oOBx4wNCC72-13" parent="1" style="rounded=1;whiteSpace=wrap;html=1;align=left;fillColor=#f5f5f5;gradientColor=#b3b3b3;strokeColor=#666666;" value="启动模式 110： &lt;span style=&quot;color: light-dark(rgb(0, 0, 0), rgb(255, 255, 255)); background-color: transparent;&quot;&gt;[ufs高速启动]&lt;/span&gt;&lt;span style=&quot;color: light-dark(rgb(0, 0, 0), rgb(255, 255, 255)); background-color: transparent;&quot;&gt; &lt;/span&gt;&lt;span style=&quot;color: light-dark(rgb(0, 0, 0), rgb(255, 255, 255)); background-color: transparent;&quot;&gt;→ &lt;/span&gt;&lt;span style=&quot;color: light-dark(rgb(0, 0, 0), rgb(255, 255, 255)); background-color: transparent;&quot;&gt;[usb]&lt;/span&gt;" vertex="1">
          <mxGeometry height="40" width="275" x="185" y="30" as="geometry" />
        </mxCell>
        <mxCell id="Snxa9bD47oOBx4wNCC72-14" edge="1" parent="1" source="Snxa9bD47oOBx4wNCC72-15" style="edgeStyle=orthogonalEdgeStyle;rounded=0;orthogonalLoop=1;jettySize=auto;html=1;exitX=0.5;exitY=1;exitDx=0;exitDy=0;entryX=0.5;entryY=0;entryDx=0;entryDy=0;" target="Snxa9bD47oOBx4wNCC72-17">
          <mxGeometry relative="1" as="geometry" />
        </mxCell>
        <mxCell id="Snxa9bD47oOBx4wNCC72-15" parent="1" style="rounded=1;whiteSpace=wrap;html=1;" value="复位" vertex="1">
          <mxGeometry height="40" width="90" x="340" y="110" as="geometry" />
        </mxCell>
        <mxCell id="Snxa9bD47oOBx4wNCC72-16" edge="1" parent="1" source="Snxa9bD47oOBx4wNCC72-17" style="edgeStyle=orthogonalEdgeStyle;rounded=0;orthogonalLoop=1;jettySize=auto;html=1;exitX=0.5;exitY=1;exitDx=0;exitDy=0;entryX=0.5;entryY=0;entryDx=0;entryDy=0;" target="Snxa9bD47oOBx4wNCC72-19">
          <mxGeometry relative="1" as="geometry" />
        </mxCell>
        <mxCell id="Snxa9bD47oOBx4wNCC72-17" parent="1" style="rounded=1;whiteSpace=wrap;html=1;fillColor=#ffe6cc;strokeColor=#d79b00;" value="配置LSS PIN 低速 (efuse)" vertex="1">
          <mxGeometry height="40" width="90" x="340" y="174" as="geometry" />
        </mxCell>
        <mxCell id="Snxa9bD47oOBx4wNCC72-18" edge="1" parent="1" source="Snxa9bD47oOBx4wNCC72-19" style="edgeStyle=orthogonalEdgeStyle;rounded=0;orthogonalLoop=1;jettySize=auto;html=1;exitX=0.5;exitY=1;exitDx=0;exitDy=0;entryX=0.5;entryY=0;entryDx=0;entryDy=0;" target="Snxa9bD47oOBx4wNCC72-34">
          <mxGeometry relative="1" as="geometry" />
        </mxCell>
        <mxCell id="Snxa9bD47oOBx4wNCC72-19" parent="1" style="rounded=1;whiteSpace=wrap;html=1;fillColor=#1ba1e2;fontColor=#ffffff;strokeColor=#006EAF;" value="配置低速建链" vertex="1">
          <mxGeometry height="40" width="90" x="340" y="240" as="geometry" />
        </mxCell>
        <mxCell id="Snxa9bD47oOBx4wNCC72-20" edge="1" parent="1" source="Snxa9bD47oOBx4wNCC72-23" style="edgeStyle=orthogonalEdgeStyle;rounded=0;orthogonalLoop=1;jettySize=auto;html=1;exitX=0.5;exitY=1;exitDx=0;exitDy=0;entryX=0.5;entryY=0;entryDx=0;entryDy=0;" target="Snxa9bD47oOBx4wNCC72-25">
          <mxGeometry relative="1" as="geometry" />
        </mxCell>
        <mxCell id="Snxa9bD47oOBx4wNCC72-21" connectable="0" parent="Snxa9bD47oOBx4wNCC72-20" style="edgeLabel;html=1;align=center;verticalAlign=middle;resizable=0;points=[];" value="是" vertex="1">
          <mxGeometry relative="1" x="-0.3338" as="geometry">
            <mxPoint as="offset" />
          </mxGeometry>
        </mxCell>
        <mxCell id="Snxa9bD47oOBx4wNCC72-22" edge="1" parent="1" source="Snxa9bD47oOBx4wNCC72-23" style="edgeStyle=orthogonalEdgeStyle;rounded=0;orthogonalLoop=1;jettySize=auto;html=1;exitX=1;exitY=0.5;exitDx=0;exitDy=0;entryX=0;entryY=0.5;entryDx=0;entryDy=0;" target="Snxa9bD47oOBx4wNCC72-15">
          <mxGeometry relative="1" as="geometry" />
        </mxCell>
        <mxCell id="QuuJN6wZqq9m9VYKt0zx-1" connectable="0" parent="Snxa9bD47oOBx4wNCC72-22" style="edgeLabel;html=1;align=center;verticalAlign=middle;resizable=0;points=[];" value="否" vertex="1">
          <mxGeometry relative="1" x="-0.9009" y="2" as="geometry">
            <mxPoint as="offset" />
          </mxGeometry>
        </mxCell>
        <mxCell id="Snxa9bD47oOBx4wNCC72-23" parent="1" style="rhombus;whiteSpace=wrap;html=1;" value="建链成功？" vertex="1">
          <mxGeometry height="55" width="100" x="185" y="310" as="geometry" />
        </mxCell>
        <mxCell id="Snxa9bD47oOBx4wNCC72-24" edge="1" parent="1" source="Snxa9bD47oOBx4wNCC72-25" style="edgeStyle=orthogonalEdgeStyle;rounded=0;orthogonalLoop=1;jettySize=auto;html=1;exitX=0.5;exitY=1;exitDx=0;exitDy=0;entryX=0.5;entryY=0;entryDx=0;entryDy=0;" target="Snxa9bD47oOBx4wNCC72-27">
          <mxGeometry relative="1" as="geometry" />
        </mxCell>
        <mxCell id="Snxa9bD47oOBx4wNCC72-25" parent="1" style="rounded=1;whiteSpace=wrap;html=1;" value="读数据" vertex="1">
          <mxGeometry height="40" width="90" x="190" y="540" as="geometry" />
        </mxCell>
        <mxCell id="Snxa9bD47oOBx4wNCC72-26" edge="1" parent="1" source="Snxa9bD47oOBx4wNCC72-27" style="edgeStyle=orthogonalEdgeStyle;rounded=0;orthogonalLoop=1;jettySize=auto;html=1;exitX=0.5;exitY=1;exitDx=0;exitDy=0;entryX=0.5;entryY=0;entryDx=0;entryDy=0;" target="Snxa9bD47oOBx4wNCC72-30">
          <mxGeometry relative="1" as="geometry" />
        </mxCell>
        <mxCell id="Qj_6jyX3p3bSbpmFPhCt-1" connectable="0" parent="Snxa9bD47oOBx4wNCC72-26" style="edgeLabel;html=1;align=center;verticalAlign=middle;resizable=0;points=[];" value="否" vertex="1">
          <mxGeometry relative="1" x="-0.4236" y="-2" as="geometry">
            <mxPoint as="offset" />
          </mxGeometry>
        </mxCell>
        <mxCell id="Qj_6jyX3p3bSbpmFPhCt-3" edge="1" parent="1" source="Snxa9bD47oOBx4wNCC72-27" style="edgeStyle=orthogonalEdgeStyle;rounded=0;orthogonalLoop=1;jettySize=auto;html=1;exitX=1;exitY=0.5;exitDx=0;exitDy=0;" target="Qj_6jyX3p3bSbpmFPhCt-2">
          <mxGeometry relative="1" as="geometry" />
        </mxCell>
        <mxCell id="Snxa9bD47oOBx4wNCC72-27" parent="1" style="rhombus;whiteSpace=wrap;html=1;" value="数据校验OK ？" vertex="1">
          <mxGeometry height="55" width="100" x="185" y="610" as="geometry" />
        </mxCell>
        <mxCell id="Snxa9bD47oOBx4wNCC72-28" edge="1" parent="1" source="Snxa9bD47oOBx4wNCC72-47" style="edgeStyle=orthogonalEdgeStyle;rounded=0;orthogonalLoop=1;jettySize=auto;html=1;exitX=0.5;exitY=1;exitDx=0;exitDy=0;entryX=0;entryY=0.5;entryDx=0;entryDy=0;" target="Snxa9bD47oOBx4wNCC72-25">
          <mxGeometry relative="1" as="geometry">
            <Array as="points">
              <mxPoint x="235" y="850" />
              <mxPoint x="140" y="850" />
              <mxPoint x="140" y="560" />
            </Array>
          </mxGeometry>
        </mxCell>
        <mxCell id="Snxa9bD47oOBx4wNCC72-29" edge="1" parent="1" source="Snxa9bD47oOBx4wNCC72-30" style="edgeStyle=orthogonalEdgeStyle;rounded=0;orthogonalLoop=1;jettySize=auto;html=1;exitX=0.5;exitY=1;exitDx=0;exitDy=0;entryX=0.5;entryY=0;entryDx=0;entryDy=0;" target="Snxa9bD47oOBx4wNCC72-47">
          <mxGeometry relative="1" as="geometry" />
        </mxCell>
        <mxCell id="Snxa9bD47oOBx4wNCC72-30" parent="1" style="rounded=1;whiteSpace=wrap;html=1;fillColor=#e51400;fontColor=#ffffff;strokeColor=#B20000;" value="切分区" vertex="1">
          <mxGeometry height="40" width="90" x="190" y="700" as="geometry" />
        </mxCell>
        <mxCell id="Snxa9bD47oOBx4wNCC72-31" edge="1" parent="1" source="kbyZZD2k67tRUDCe1sfv-1" style="edgeStyle=orthogonalEdgeStyle;rounded=0;orthogonalLoop=1;jettySize=auto;html=1;exitX=0.5;exitY=1;exitDx=0;exitDy=0;" target="kbyZZD2k67tRUDCe1sfv-4">
          <mxGeometry relative="1" as="geometry" />
        </mxCell>
        <mxCell id="Snxa9bD47oOBx4wNCC72-33" edge="1" parent="1" source="Snxa9bD47oOBx4wNCC72-34" style="edgeStyle=orthogonalEdgeStyle;rounded=0;orthogonalLoop=1;jettySize=auto;html=1;exitX=1;exitY=0.5;exitDx=0;exitDy=0;entryX=0;entryY=0.5;entryDx=0;entryDy=0;" target="Snxa9bD47oOBx4wNCC72-45">
          <mxGeometry relative="1" as="geometry">
            <Array as="points">
              <mxPoint x="450" y="334.49" />
              <mxPoint x="450" y="100.03" />
              <mxPoint x="630" y="100.03" />
              <mxPoint x="630" y="130.03" />
            </Array>
          </mxGeometry>
        </mxCell>
        <mxCell id="QuuJN6wZqq9m9VYKt0zx-2" connectable="0" parent="Snxa9bD47oOBx4wNCC72-33" style="edgeLabel;html=1;align=center;verticalAlign=middle;resizable=0;points=[];" value="否" vertex="1">
          <mxGeometry relative="1" x="-0.966" as="geometry">
            <mxPoint as="offset" />
          </mxGeometry>
        </mxCell>
        <mxCell id="Snxa9bD47oOBx4wNCC72-34" parent="1" style="rhombus;whiteSpace=wrap;html=1;" value="建链成功？" vertex="1">
          <mxGeometry height="55" width="100" x="335" y="307" as="geometry" />
        </mxCell>
        <mxCell id="Snxa9bD47oOBx4wNCC72-35" edge="1" parent="1" source="Snxa9bD47oOBx4wNCC72-36" style="edgeStyle=orthogonalEdgeStyle;rounded=0;orthogonalLoop=1;jettySize=auto;html=1;exitX=0.5;exitY=1;exitDx=0;exitDy=0;entryX=0.5;entryY=0;entryDx=0;entryDy=0;" target="Snxa9bD47oOBx4wNCC72-38">
          <mxGeometry relative="1" as="geometry" />
        </mxCell>
        <mxCell id="Snxa9bD47oOBx4wNCC72-36" parent="1" style="rounded=1;whiteSpace=wrap;html=1;" value="复位" vertex="1">
          <mxGeometry height="40" width="90" x="490" y="110" as="geometry" />
        </mxCell>
        <mxCell id="Snxa9bD47oOBx4wNCC72-37" edge="1" parent="1" source="Snxa9bD47oOBx4wNCC72-38" style="edgeStyle=orthogonalEdgeStyle;rounded=0;orthogonalLoop=1;jettySize=auto;html=1;exitX=0.5;exitY=1;exitDx=0;exitDy=0;entryX=0.5;entryY=0;entryDx=0;entryDy=0;" target="Snxa9bD47oOBx4wNCC72-40">
          <mxGeometry relative="1" as="geometry" />
        </mxCell>
        <mxCell id="Snxa9bD47oOBx4wNCC72-38" parent="1" style="rounded=1;whiteSpace=wrap;html=1;fillColor=#ffe6cc;strokeColor=#d79b00;" value="配置LSS PIN 低速 (efuse)" vertex="1">
          <mxGeometry height="40" width="90" x="490" y="174" as="geometry" />
        </mxCell>
        <mxCell id="Snxa9bD47oOBx4wNCC72-39" edge="1" parent="1" source="Snxa9bD47oOBx4wNCC72-40" style="edgeStyle=orthogonalEdgeStyle;rounded=0;orthogonalLoop=1;jettySize=auto;html=1;exitX=0.5;exitY=1;exitDx=0;exitDy=0;entryX=0.5;entryY=0;entryDx=0;entryDy=0;" target="Snxa9bD47oOBx4wNCC72-44">
          <mxGeometry relative="1" as="geometry" />
        </mxCell>
        <mxCell id="Snxa9bD47oOBx4wNCC72-40" parent="1" style="rounded=1;whiteSpace=wrap;html=1;fillColor=#1ba1e2;fontColor=#ffffff;strokeColor=#006EAF;" value="配置低速建链" vertex="1">
          <mxGeometry height="40" width="90" x="490" y="240" as="geometry" />
        </mxCell>
        <mxCell id="Snxa9bD47oOBx4wNCC72-41" edge="1" parent="1" source="Snxa9bD47oOBx4wNCC72-44" style="edgeStyle=orthogonalEdgeStyle;rounded=0;orthogonalLoop=1;jettySize=auto;html=1;exitX=0.5;exitY=1;exitDx=0;exitDy=0;">
          <mxGeometry relative="1" as="geometry">
            <Array as="points">
              <mxPoint x="535" y="560" />
              <mxPoint x="280" y="560" />
            </Array>
            <mxPoint x="280" y="560" as="targetPoint" />
          </mxGeometry>
        </mxCell>
        <mxCell id="Snxa9bD47oOBx4wNCC72-42" connectable="0" parent="Snxa9bD47oOBx4wNCC72-41" style="edgeLabel;html=1;align=center;verticalAlign=middle;resizable=0;points=[];" value="是" vertex="1">
          <mxGeometry relative="1" x="-0.7697" as="geometry">
            <mxPoint as="offset" />
          </mxGeometry>
        </mxCell>
        <mxCell id="Snxa9bD47oOBx4wNCC72-43" edge="1" parent="1" source="Snxa9bD47oOBx4wNCC72-44" style="edgeStyle=orthogonalEdgeStyle;rounded=0;orthogonalLoop=1;jettySize=auto;html=1;exitX=1;exitY=0.5;exitDx=0;exitDy=0;">
          <mxGeometry relative="1" as="geometry">
            <mxPoint x="630" y="170" as="targetPoint" />
          </mxGeometry>
        </mxCell>
        <mxCell id="QuuJN6wZqq9m9VYKt0zx-3" connectable="0" parent="Snxa9bD47oOBx4wNCC72-43" style="edgeLabel;html=1;align=center;verticalAlign=middle;resizable=0;points=[];" value="否" vertex="1">
          <mxGeometry relative="1" x="-0.8213" as="geometry">
            <mxPoint as="offset" />
          </mxGeometry>
        </mxCell>
        <mxCell id="Snxa9bD47oOBx4wNCC72-44" parent="1" style="rhombus;whiteSpace=wrap;html=1;" value="建链成功？" vertex="1">
          <mxGeometry height="55" width="100" x="485" y="307" as="geometry" />
        </mxCell>
        <mxCell id="Snxa9bD47oOBx4wNCC72-45" parent="1" style="rounded=1;whiteSpace=wrap;html=1;fillColor=#d5e8d4;strokeColor=#82b366;" value="USB启动" vertex="1">
          <mxGeometry height="40" width="90" x="650" y="110" as="geometry" />
        </mxCell>
        <mxCell id="Snxa9bD47oOBx4wNCC72-46" edge="1" parent="1" source="Snxa9bD47oOBx4wNCC72-47" style="edgeStyle=orthogonalEdgeStyle;rounded=0;orthogonalLoop=1;jettySize=auto;html=1;exitX=1;exitY=0.5;exitDx=0;exitDy=0;entryX=0;entryY=0.5;entryDx=0;entryDy=0;" target="Snxa9bD47oOBx4wNCC72-45">
          <mxGeometry relative="1" as="geometry">
            <Array as="points">
              <mxPoint x="630" y="795" />
              <mxPoint x="630" y="130" />
            </Array>
          </mxGeometry>
        </mxCell>
        <mxCell id="Snxa9bD47oOBx4wNCC72-47" parent="1" style="rhombus;whiteSpace=wrap;html=1;" value="两个分区都失败？" vertex="1">
          <mxGeometry height="55" width="100" x="185" y="767" as="geometry" />
        </mxCell>
        <mxCell id="kbyZZD2k67tRUDCe1sfv-2" edge="1" parent="1" source="Snxa9bD47oOBx4wNCC72-34" style="edgeStyle=orthogonalEdgeStyle;rounded=0;orthogonalLoop=1;jettySize=auto;html=1;exitX=0.5;exitY=1;exitDx=0;exitDy=0;entryX=0.5;entryY=0;entryDx=0;entryDy=0;" target="kbyZZD2k67tRUDCe1sfv-1" value="">
          <mxGeometry relative="1" as="geometry">
            <mxPoint x="385" y="362" as="sourcePoint" />
            <mxPoint x="280" y="560" as="targetPoint" />
          </mxGeometry>
        </mxCell>
        <mxCell id="kbyZZD2k67tRUDCe1sfv-3" connectable="0" parent="kbyZZD2k67tRUDCe1sfv-2" style="edgeLabel;html=1;align=center;verticalAlign=middle;resizable=0;points=[];" value="是" vertex="1">
          <mxGeometry relative="1" x="-0.5934" y="-1" as="geometry">
            <mxPoint as="offset" />
          </mxGeometry>
        </mxCell>
        <mxCell id="kbyZZD2k67tRUDCe1sfv-1" parent="1" style="rounded=1;whiteSpace=wrap;html=1;fillColor=#f8cecc;strokeColor=#b85450;" value="发命令切高速 HS-G1" vertex="1">
          <mxGeometry height="40" width="90" x="340" y="390" as="geometry" />
        </mxCell>
        <mxCell id="kbyZZD2k67tRUDCe1sfv-6" edge="1" parent="1" source="kbyZZD2k67tRUDCe1sfv-4" style="edgeStyle=orthogonalEdgeStyle;rounded=0;orthogonalLoop=1;jettySize=auto;html=1;exitX=0.5;exitY=1;exitDx=0;exitDy=0;">
          <mxGeometry relative="1" as="geometry">
            <Array as="points">
              <mxPoint x="385" y="560" />
              <mxPoint x="280" y="560" />
            </Array>
            <mxPoint x="280" y="560" as="targetPoint" />
          </mxGeometry>
        </mxCell>
        <mxCell id="kbyZZD2k67tRUDCe1sfv-8" edge="1" parent="1" source="kbyZZD2k67tRUDCe1sfv-4" style="edgeStyle=orthogonalEdgeStyle;rounded=0;orthogonalLoop=1;jettySize=auto;html=1;exitX=1;exitY=0.5;exitDx=0;exitDy=0;entryX=0;entryY=0.5;entryDx=0;entryDy=0;" target="Snxa9bD47oOBx4wNCC72-36">
          <mxGeometry relative="1" as="geometry" />
        </mxCell>
        <mxCell id="kbyZZD2k67tRUDCe1sfv-4" parent="1" style="rhombus;whiteSpace=wrap;html=1;" value="切速率成功？" vertex="1">
          <mxGeometry height="55" width="100" x="335" y="460" as="geometry" />
        </mxCell>
        <mxCell id="Qj_6jyX3p3bSbpmFPhCt-2" parent="1" style="ellipse;whiteSpace=wrap;html=1;fillColor=#d5e8d4;gradientColor=#97d077;strokeColor=#82b366;" value="启动成功" vertex="1">
          <mxGeometry height="40" width="90" x="335" y="617.5" as="geometry" />
        </mxCell>
      </root>
    </mxGraphModel>
  </diagram>
  <diagram id="lCvtZ__jX87erlVo9mpF" name="第 2 页">
    <mxGraphModel dx="1082" dy="561" grid="1" gridSize="10" guides="1" tooltips="1" connect="1" arrows="1" fold="1" page="1" pageScale="1" pageWidth="827" pageHeight="1169" math="0" shadow="0">
      <root>
        <mxCell id="0" />
        <mxCell id="1" parent="0" />
        <mxCell id="WnOlcH9fiUK7AfTd9S8V-1" parent="1" style="text;html=1;whiteSpace=wrap;strokeColor=none;fillColor=none;align=left;verticalAlign=middle;rounded=0;fontSize=14;" value="&lt;div&gt;&lt;div&gt;- 启动模式 101： [ufs低速启动] &lt;span style=&quot;background-color: transparent; color: light-dark(rgb(0, 0, 0), rgb(255, 255, 255));&quot;&gt;→ &lt;/span&gt;&lt;span style=&quot;background-color: transparent; color: light-dark(rgb(0, 0, 0), rgb(255, 255, 255));&quot;&gt;[usb]&lt;/span&gt;&lt;/div&gt;&lt;div&gt;- 启动模式 110： &lt;span style=&quot;background-color: transparent; color: light-dark(rgb(0, 0, 0), rgb(255, 255, 255));&quot;&gt;[ufs高速启动]&lt;/span&gt;&lt;span style=&quot;background-color: transparent; color: light-dark(rgb(0, 0, 0), rgb(255, 255, 255));&quot;&gt; &lt;/span&gt;&lt;span style=&quot;background-color: transparent; color: light-dark(rgb(0, 0, 0), rgb(255, 255, 255));&quot;&gt;→ &lt;/span&gt;&lt;span style=&quot;background-color: transparent; color: light-dark(rgb(0, 0, 0), rgb(255, 255, 255));&quot;&gt;[usb]&lt;/span&gt;&lt;/div&gt;&lt;/div&gt;异常情况汇总：" vertex="1">
          <mxGeometry height="50" width="360" x="40" y="250" as="geometry" />
        </mxCell>
        <mxCell id="WnOlcH9fiUK7AfTd9S8V-2" parent="1" style="shape=table;startSize=0;container=1;collapsible=0;childLayout=tableLayout;fontSize=14;align=left;" value="" vertex="1">
          <mxGeometry height="240" width="730" x="40" y="320" as="geometry" />
        </mxCell>
        <mxCell id="-yYV-AWoShLVFezPO-Gk-6" parent="WnOlcH9fiUK7AfTd9S8V-2" style="shape=tableRow;horizontal=0;startSize=0;swimlaneHead=0;swimlaneBody=0;strokeColor=inherit;top=0;left=0;bottom=0;right=0;collapsible=0;dropTarget=0;fillColor=none;points=[[0,0.5],[1,0.5]];portConstraint=eastwest;fontSize=14;align=left;" value="" vertex="1">
          <mxGeometry height="40" width="730" as="geometry" />
        </mxCell>
        <mxCell id="-yYV-AWoShLVFezPO-Gk-7" parent="-yYV-AWoShLVFezPO-Gk-6" style="shape=partialRectangle;html=1;whiteSpace=wrap;connectable=0;strokeColor=inherit;overflow=hidden;fillColor=none;top=0;left=0;bottom=0;right=0;pointerEvents=1;fontSize=14;align=left;" value="case" vertex="1">
          <mxGeometry height="40" width="32" as="geometry">
            <mxRectangle height="40" width="32" as="alternateBounds" />
          </mxGeometry>
        </mxCell>
        <mxCell id="-yYV-AWoShLVFezPO-Gk-8" parent="-yYV-AWoShLVFezPO-Gk-6" style="shape=partialRectangle;html=1;whiteSpace=wrap;connectable=0;strokeColor=inherit;overflow=hidden;fillColor=none;top=0;left=0;bottom=0;right=0;pointerEvents=1;fontSize=14;align=left;" value="启动情况" vertex="1">
          <mxGeometry height="40" width="288" x="32" as="geometry">
            <mxRectangle height="40" width="288" as="alternateBounds" />
          </mxGeometry>
        </mxCell>
        <mxCell id="-yYV-AWoShLVFezPO-Gk-9" parent="-yYV-AWoShLVFezPO-Gk-6" style="shape=partialRectangle;html=1;whiteSpace=wrap;connectable=0;strokeColor=inherit;overflow=hidden;fillColor=none;top=0;left=0;bottom=0;right=0;pointerEvents=1;fontSize=14;align=left;" value="建链结果" vertex="1">
          <mxGeometry height="40" width="410" x="320" as="geometry">
            <mxRectangle height="40" width="410" as="alternateBounds" />
          </mxGeometry>
        </mxCell>
        <mxCell id="-yYV-AWoShLVFezPO-Gk-2" parent="WnOlcH9fiUK7AfTd9S8V-2" style="shape=tableRow;horizontal=0;startSize=0;swimlaneHead=0;swimlaneBody=0;strokeColor=inherit;top=0;left=0;bottom=0;right=0;collapsible=0;dropTarget=0;fillColor=none;points=[[0,0.5],[1,0.5]];portConstraint=eastwest;fontSize=14;align=left;" value="" vertex="1">
          <mxGeometry height="40" width="730" y="40" as="geometry" />
        </mxCell>
        <mxCell id="-yYV-AWoShLVFezPO-Gk-3" parent="-yYV-AWoShLVFezPO-Gk-2" style="shape=partialRectangle;html=1;whiteSpace=wrap;connectable=0;strokeColor=inherit;overflow=hidden;fillColor=none;top=0;left=0;bottom=0;right=0;pointerEvents=1;fontSize=14;align=left;" value="1" vertex="1">
          <mxGeometry height="40" width="32" as="geometry">
            <mxRectangle height="40" width="32" as="alternateBounds" />
          </mxGeometry>
        </mxCell>
        <mxCell id="-yYV-AWoShLVFezPO-Gk-4" parent="-yYV-AWoShLVFezPO-Gk-2" style="shape=partialRectangle;html=1;whiteSpace=wrap;connectable=0;strokeColor=inherit;overflow=hidden;fillColor=none;top=0;left=0;bottom=0;right=0;pointerEvents=1;fontSize=14;align=left;" value="bootrom 配置低速启动，但是颗粒硬件设置高速启动，高速成功" vertex="1">
          <mxGeometry height="40" width="288" x="32" as="geometry">
            <mxRectangle height="40" width="288" as="alternateBounds" />
          </mxGeometry>
        </mxCell>
        <mxCell id="-yYV-AWoShLVFezPO-Gk-5" parent="-yYV-AWoShLVFezPO-Gk-2" style="shape=partialRectangle;html=1;whiteSpace=wrap;connectable=0;strokeColor=inherit;overflow=hidden;fillColor=none;top=0;left=0;bottom=0;right=0;pointerEvents=1;fontSize=14;align=left;" value="bootrom先低速建链失败 --&amp;gt; &lt;font style=&quot;color: rgb(0, 0, 255);&quot;&gt;高速&lt;/font&gt;建链成功" vertex="1">
          <mxGeometry height="40" width="410" x="320" as="geometry">
            <mxRectangle height="40" width="410" as="alternateBounds" />
          </mxGeometry>
        </mxCell>
        <mxCell id="-yYV-AWoShLVFezPO-Gk-10" parent="WnOlcH9fiUK7AfTd9S8V-2" style="shape=tableRow;horizontal=0;startSize=0;swimlaneHead=0;swimlaneBody=0;strokeColor=inherit;top=0;left=0;bottom=0;right=0;collapsible=0;dropTarget=0;fillColor=none;points=[[0,0.5],[1,0.5]];portConstraint=eastwest;fontSize=14;align=left;" value="" vertex="1">
          <mxGeometry height="40" width="730" y="80" as="geometry" />
        </mxCell>
        <mxCell id="-yYV-AWoShLVFezPO-Gk-11" parent="-yYV-AWoShLVFezPO-Gk-10" style="shape=partialRectangle;html=1;whiteSpace=wrap;connectable=0;strokeColor=inherit;overflow=hidden;fillColor=none;top=0;left=0;bottom=0;right=0;pointerEvents=1;fontSize=14;align=left;" value="2" vertex="1">
          <mxGeometry height="40" width="32" as="geometry">
            <mxRectangle height="40" width="32" as="alternateBounds" />
          </mxGeometry>
        </mxCell>
        <mxCell id="-yYV-AWoShLVFezPO-Gk-12" parent="-yYV-AWoShLVFezPO-Gk-10" style="shape=partialRectangle;html=1;whiteSpace=wrap;connectable=0;strokeColor=inherit;overflow=hidden;fillColor=none;top=0;left=0;bottom=0;right=0;pointerEvents=1;fontSize=14;align=left;" value="bootrom 配置高速启动，但是颗粒硬件设置底速启动，低速切高速成功" vertex="1">
          <mxGeometry height="40" width="288" x="32" as="geometry">
            <mxRectangle height="40" width="288" as="alternateBounds" />
          </mxGeometry>
        </mxCell>
        <mxCell id="-yYV-AWoShLVFezPO-Gk-13" parent="-yYV-AWoShLVFezPO-Gk-10" style="shape=partialRectangle;html=1;whiteSpace=wrap;connectable=0;strokeColor=inherit;overflow=hidden;fillColor=none;top=0;left=0;bottom=0;right=0;pointerEvents=1;fontSize=14;align=left;" value="bootrom先高速建链失败 --&amp;gt; 低速建链成功并切&lt;font style=&quot;color: rgb(0, 0, 255);&quot;&gt;高速&lt;/font&gt;" vertex="1">
          <mxGeometry height="40" width="410" x="320" as="geometry">
            <mxRectangle height="40" width="410" as="alternateBounds" />
          </mxGeometry>
        </mxCell>
        <mxCell id="WnOlcH9fiUK7AfTd9S8V-3" parent="WnOlcH9fiUK7AfTd9S8V-2" style="shape=tableRow;horizontal=0;startSize=0;swimlaneHead=0;swimlaneBody=0;strokeColor=inherit;top=0;left=0;bottom=0;right=0;collapsible=0;dropTarget=0;fillColor=none;points=[[0,0.5],[1,0.5]];portConstraint=eastwest;fontSize=14;align=left;" value="" vertex="1">
          <mxGeometry height="40" width="730" y="120" as="geometry" />
        </mxCell>
        <mxCell id="WnOlcH9fiUK7AfTd9S8V-4" parent="WnOlcH9fiUK7AfTd9S8V-3" style="shape=partialRectangle;html=1;whiteSpace=wrap;connectable=0;strokeColor=inherit;overflow=hidden;fillColor=none;top=0;left=0;bottom=0;right=0;pointerEvents=1;fontSize=14;align=left;" value="3" vertex="1">
          <mxGeometry height="40" width="32" as="geometry">
            <mxRectangle height="40" width="32" as="alternateBounds" />
          </mxGeometry>
        </mxCell>
        <mxCell id="WnOlcH9fiUK7AfTd9S8V-5" parent="WnOlcH9fiUK7AfTd9S8V-3" style="shape=partialRectangle;html=1;whiteSpace=wrap;connectable=0;strokeColor=inherit;overflow=hidden;fillColor=none;top=0;left=0;bottom=0;right=0;pointerEvents=1;fontSize=14;align=left;" value="bootrom 配置低速启动，颗粒也是低速，切速率成功" vertex="1">
          <mxGeometry height="40" width="288" x="32" as="geometry">
            <mxRectangle height="40" width="288" as="alternateBounds" />
          </mxGeometry>
        </mxCell>
        <mxCell id="WnOlcH9fiUK7AfTd9S8V-6" parent="WnOlcH9fiUK7AfTd9S8V-3" style="shape=partialRectangle;html=1;whiteSpace=wrap;connectable=0;strokeColor=inherit;overflow=hidden;fillColor=none;top=0;left=0;bottom=0;right=0;pointerEvents=1;fontSize=14;align=left;" value="bootrom低速建链切&lt;font style=&quot;color: rgb(0, 0, 255);&quot;&gt;高速&lt;/font&gt;" vertex="1">
          <mxGeometry height="40" width="410" x="320" as="geometry">
            <mxRectangle height="40" width="410" as="alternateBounds" />
          </mxGeometry>
        </mxCell>
        <mxCell id="WnOlcH9fiUK7AfTd9S8V-7" parent="WnOlcH9fiUK7AfTd9S8V-2" style="shape=tableRow;horizontal=0;startSize=0;swimlaneHead=0;swimlaneBody=0;strokeColor=inherit;top=0;left=0;bottom=0;right=0;collapsible=0;dropTarget=0;fillColor=none;points=[[0,0.5],[1,0.5]];portConstraint=eastwest;fontSize=14;align=left;" value="" vertex="1">
          <mxGeometry height="40" width="730" y="160" as="geometry" />
        </mxCell>
        <mxCell id="WnOlcH9fiUK7AfTd9S8V-8" parent="WnOlcH9fiUK7AfTd9S8V-7" style="shape=partialRectangle;html=1;whiteSpace=wrap;connectable=0;strokeColor=inherit;overflow=hidden;fillColor=none;top=0;left=0;bottom=0;right=0;pointerEvents=1;fontSize=14;align=left;" value="4" vertex="1">
          <mxGeometry height="40" width="32" as="geometry">
            <mxRectangle height="40" width="32" as="alternateBounds" />
          </mxGeometry>
        </mxCell>
        <mxCell id="WnOlcH9fiUK7AfTd9S8V-9" parent="WnOlcH9fiUK7AfTd9S8V-7" style="shape=partialRectangle;html=1;whiteSpace=wrap;connectable=0;strokeColor=inherit;overflow=hidden;fillColor=none;top=0;left=0;bottom=0;right=0;pointerEvents=1;fontSize=14;align=left;" value="bootrom 配置高速启动，颗粒也是高速，高速成功" vertex="1">
          <mxGeometry height="40" width="288" x="32" as="geometry">
            <mxRectangle height="40" width="288" as="alternateBounds" />
          </mxGeometry>
        </mxCell>
        <mxCell id="WnOlcH9fiUK7AfTd9S8V-10" parent="WnOlcH9fiUK7AfTd9S8V-7" style="shape=partialRectangle;html=1;whiteSpace=wrap;connectable=0;strokeColor=inherit;overflow=hidden;fillColor=none;top=0;left=0;bottom=0;right=0;pointerEvents=1;fontSize=14;align=left;" value="bootrom&lt;font style=&quot;color: rgb(0, 0, 255);&quot;&gt;高速&lt;/font&gt;建链" vertex="1">
          <mxGeometry height="40" width="410" x="320" as="geometry">
            <mxRectangle height="40" width="410" as="alternateBounds" />
          </mxGeometry>
        </mxCell>
        <mxCell id="WnOlcH9fiUK7AfTd9S8V-11" parent="WnOlcH9fiUK7AfTd9S8V-2" style="shape=tableRow;horizontal=0;startSize=0;swimlaneHead=0;swimlaneBody=0;strokeColor=inherit;top=0;left=0;bottom=0;right=0;collapsible=0;dropTarget=0;fillColor=none;points=[[0,0.5],[1,0.5]];portConstraint=eastwest;fontSize=14;align=left;" value="" vertex="1">
          <mxGeometry height="40" width="730" y="200" as="geometry" />
        </mxCell>
        <mxCell id="WnOlcH9fiUK7AfTd9S8V-12" parent="WnOlcH9fiUK7AfTd9S8V-11" style="shape=partialRectangle;html=1;whiteSpace=wrap;connectable=0;strokeColor=inherit;overflow=hidden;fillColor=none;top=0;left=0;bottom=0;right=0;pointerEvents=1;fontSize=14;align=left;" value="5" vertex="1">
          <mxGeometry height="40" width="32" as="geometry">
            <mxRectangle height="40" width="32" as="alternateBounds" />
          </mxGeometry>
        </mxCell>
        <mxCell id="WnOlcH9fiUK7AfTd9S8V-13" parent="WnOlcH9fiUK7AfTd9S8V-11" style="shape=partialRectangle;html=1;whiteSpace=wrap;connectable=0;strokeColor=inherit;overflow=hidden;fillColor=none;top=0;left=0;bottom=0;right=0;pointerEvents=1;fontSize=14;align=left;" value="bootrom 配置低速启动，颗粒也是低速，切速率失败，不切速率成功，&lt;font style=&quot;color: light-dark(rgb(255, 0, 0), rgb(255, 255, 255));&quot;&gt;LSS控制使能&lt;/font&gt;" vertex="1">
          <mxGeometry height="40" width="288" x="32" as="geometry">
            <mxRectangle height="40" width="288" as="alternateBounds" />
          </mxGeometry>
        </mxCell>
        <mxCell id="WnOlcH9fiUK7AfTd9S8V-14" parent="WnOlcH9fiUK7AfTd9S8V-11" style="shape=partialRectangle;html=1;whiteSpace=wrap;connectable=0;strokeColor=inherit;overflow=hidden;fillColor=none;top=0;left=0;bottom=0;right=0;pointerEvents=1;fontSize=14;align=left;" value="bootrom低速建链切高速失败 --&amp;gt; bootrom 高速建链失败 ---&amp;gt; bootrom &lt;font style=&quot;color: rgb(255, 51, 255);&quot;&gt;低速&lt;/font&gt;建链成功(不切高速)" vertex="1">
          <mxGeometry height="40" width="410" x="320" as="geometry">
            <mxRectangle height="40" width="410" as="alternateBounds" />
          </mxGeometry>
        </mxCell>
        <mxCell id="PYW4Q93ZiJ2KnNfdN5cH-39" parent="1" style="shape=tableRow;horizontal=0;startSize=0;swimlaneHead=0;swimlaneBody=0;strokeColor=inherit;top=0;left=0;bottom=0;right=0;collapsible=0;dropTarget=0;fillColor=none;points=[[0,0.5],[1,0.5]];portConstraint=eastwest;fontSize=14;align=left;" value="" vertex="1">
          <mxGeometry height="40" width="730" x="40" y="560" as="geometry" />
        </mxCell>
        <mxCell id="PYW4Q93ZiJ2KnNfdN5cH-63" parent="1" style="shape=table;startSize=0;container=1;collapsible=0;childLayout=tableLayout;fontSize=14;align=left;" value="" vertex="1">
          <mxGeometry height="260" width="730" x="40" y="560" as="geometry" />
        </mxCell>
        <mxCell id="PYW4Q93ZiJ2KnNfdN5cH-64" parent="PYW4Q93ZiJ2KnNfdN5cH-63" style="shape=tableRow;horizontal=0;startSize=0;swimlaneHead=0;swimlaneBody=0;strokeColor=inherit;top=0;left=0;bottom=0;right=0;collapsible=0;dropTarget=0;fillColor=none;points=[[0,0.5],[1,0.5]];portConstraint=eastwest;fontSize=14;align=left;" value="" vertex="1">
          <mxGeometry height="40" width="730" as="geometry" />
        </mxCell>
        <mxCell id="PYW4Q93ZiJ2KnNfdN5cH-65" parent="PYW4Q93ZiJ2KnNfdN5cH-64" style="shape=partialRectangle;html=1;whiteSpace=wrap;connectable=0;strokeColor=inherit;overflow=hidden;fillColor=none;top=0;left=0;bottom=0;right=0;pointerEvents=1;fontSize=14;align=left;" value="6" vertex="1">
          <mxGeometry height="40" width="32" as="geometry">
            <mxRectangle height="40" width="32" as="alternateBounds" />
          </mxGeometry>
        </mxCell>
        <mxCell id="PYW4Q93ZiJ2KnNfdN5cH-66" parent="PYW4Q93ZiJ2KnNfdN5cH-64" style="shape=partialRectangle;html=1;whiteSpace=wrap;connectable=0;strokeColor=inherit;overflow=hidden;fillColor=none;top=0;left=0;bottom=0;right=0;pointerEvents=1;fontSize=14;align=left;" value="bootrom 配置高速启动，颗粒是低速，低速切高速失败" vertex="1">
          <mxGeometry height="40" width="288" x="32" as="geometry">
            <mxRectangle height="40" width="288" as="alternateBounds" />
          </mxGeometry>
        </mxCell>
        <mxCell id="PYW4Q93ZiJ2KnNfdN5cH-67" parent="PYW4Q93ZiJ2KnNfdN5cH-64" style="shape=partialRectangle;html=1;whiteSpace=wrap;connectable=0;strokeColor=inherit;overflow=hidden;fillColor=none;top=0;left=0;bottom=0;right=0;pointerEvents=1;fontSize=14;align=left;" value="bootrom高速建链失败 --&amp;gt; bootrom 低速建链切高速失败 ---&amp;gt; bootrom &lt;font style=&quot;color: rgb(255, 51, 255);&quot;&gt;低速&lt;/font&gt;建链成功(不切高速)" vertex="1">
          <mxGeometry height="40" width="410" x="320" as="geometry">
            <mxRectangle height="40" width="410" as="alternateBounds" />
          </mxGeometry>
        </mxCell>
        <mxCell id="PYW4Q93ZiJ2KnNfdN5cH-68" parent="PYW4Q93ZiJ2KnNfdN5cH-63" style="shape=tableRow;horizontal=0;startSize=0;swimlaneHead=0;swimlaneBody=0;strokeColor=inherit;top=0;left=0;bottom=0;right=0;collapsible=0;dropTarget=0;fillColor=none;points=[[0,0.5],[1,0.5]];portConstraint=eastwest;fontSize=14;align=left;" value="" vertex="1">
          <mxGeometry height="60" width="730" y="40" as="geometry" />
        </mxCell>
        <mxCell id="PYW4Q93ZiJ2KnNfdN5cH-69" parent="PYW4Q93ZiJ2KnNfdN5cH-68" style="shape=partialRectangle;html=1;whiteSpace=wrap;connectable=0;strokeColor=inherit;overflow=hidden;fillColor=none;top=0;left=0;bottom=0;right=0;pointerEvents=1;fontSize=14;align=left;" value="7" vertex="1">
          <mxGeometry height="60" width="32" as="geometry">
            <mxRectangle height="60" width="32" as="alternateBounds" />
          </mxGeometry>
        </mxCell>
        <mxCell id="PYW4Q93ZiJ2KnNfdN5cH-70" parent="PYW4Q93ZiJ2KnNfdN5cH-68" style="shape=partialRectangle;html=1;whiteSpace=wrap;connectable=0;strokeColor=inherit;overflow=hidden;fillColor=none;top=0;left=0;bottom=0;right=0;pointerEvents=1;fontSize=14;align=left;" value="bootrom配置高速启动，颗粒也是高速，但是高速建链失败" vertex="1">
          <mxGeometry height="60" width="288" x="32" as="geometry">
            <mxRectangle height="60" width="288" as="alternateBounds" />
          </mxGeometry>
        </mxCell>
        <mxCell id="PYW4Q93ZiJ2KnNfdN5cH-71" parent="PYW4Q93ZiJ2KnNfdN5cH-68" style="shape=partialRectangle;html=1;whiteSpace=wrap;connectable=0;strokeColor=inherit;overflow=hidden;fillColor=none;top=0;left=0;bottom=0;right=0;pointerEvents=1;fontSize=14;align=left;" value="bootrom高速建链失败 --&amp;gt; bootrom 低速建链切高速失败 ---&amp;gt; bootrom 低速建链失败 &lt;font style=&quot;color: rgb(255, 51, 51);&quot;&gt;（需要改颗粒硬件PIN配置低速 或者使能LSS efuse 控制）&lt;/font&gt;" vertex="1">
          <mxGeometry height="60" width="410" x="320" as="geometry">
            <mxRectangle height="60" width="410" as="alternateBounds" />
          </mxGeometry>
        </mxCell>
        <mxCell id="PYW4Q93ZiJ2KnNfdN5cH-72" parent="PYW4Q93ZiJ2KnNfdN5cH-63" style="shape=tableRow;horizontal=0;startSize=0;swimlaneHead=0;swimlaneBody=0;strokeColor=inherit;top=0;left=0;bottom=0;right=0;collapsible=0;dropTarget=0;fillColor=none;points=[[0,0.5],[1,0.5]];portConstraint=eastwest;fontSize=14;align=left;" value="" vertex="1">
          <mxGeometry height="40" width="730" y="100" as="geometry" />
        </mxCell>
        <mxCell id="PYW4Q93ZiJ2KnNfdN5cH-73" parent="PYW4Q93ZiJ2KnNfdN5cH-72" style="shape=partialRectangle;html=1;whiteSpace=wrap;connectable=0;strokeColor=inherit;overflow=hidden;fillColor=none;top=0;left=0;bottom=0;right=0;pointerEvents=1;fontSize=14;align=left;" value="8" vertex="1">
          <mxGeometry height="40" width="32" as="geometry">
            <mxRectangle height="40" width="32" as="alternateBounds" />
          </mxGeometry>
        </mxCell>
        <mxCell id="PYW4Q93ZiJ2KnNfdN5cH-74" parent="PYW4Q93ZiJ2KnNfdN5cH-72" style="shape=partialRectangle;html=1;whiteSpace=wrap;connectable=0;strokeColor=inherit;overflow=hidden;fillColor=none;top=0;left=0;bottom=0;right=0;pointerEvents=1;fontSize=14;align=left;" value="bootrom 配置低速启动，颗粒也是低速，低速建链失败" vertex="1">
          <mxGeometry height="40" width="288" x="32" as="geometry">
            <mxRectangle height="40" width="288" as="alternateBounds" />
          </mxGeometry>
        </mxCell>
        <mxCell id="PYW4Q93ZiJ2KnNfdN5cH-75" parent="PYW4Q93ZiJ2KnNfdN5cH-72" style="shape=partialRectangle;html=1;whiteSpace=wrap;connectable=0;strokeColor=inherit;overflow=hidden;fillColor=none;top=0;left=0;bottom=0;right=0;pointerEvents=1;fontSize=14;align=left;" value="bootrom低速建链切高速失败 --&amp;gt; bootrom 高速建链失败 ---&amp;gt; bootrom 低速建链失败 --&amp;gt; &lt;font style=&quot;color: rgb(255, 51, 51);&quot;&gt;USB 启动 （需要查硬件问题）&lt;/font&gt;" vertex="1">
          <mxGeometry height="40" width="410" x="320" as="geometry">
            <mxRectangle height="40" width="410" as="alternateBounds" />
          </mxGeometry>
        </mxCell>
        <mxCell id="PYW4Q93ZiJ2KnNfdN5cH-76" parent="PYW4Q93ZiJ2KnNfdN5cH-63" style="shape=tableRow;horizontal=0;startSize=0;swimlaneHead=0;swimlaneBody=0;strokeColor=inherit;top=0;left=0;bottom=0;right=0;collapsible=0;dropTarget=0;fillColor=none;points=[[0,0.5],[1,0.5]];portConstraint=eastwest;fontSize=14;align=left;" value="" vertex="1">
          <mxGeometry height="40" width="730" y="140" as="geometry" />
        </mxCell>
        <mxCell id="PYW4Q93ZiJ2KnNfdN5cH-77" parent="PYW4Q93ZiJ2KnNfdN5cH-76" style="shape=partialRectangle;html=1;whiteSpace=wrap;connectable=0;strokeColor=inherit;overflow=hidden;fillColor=none;top=0;left=0;bottom=0;right=0;pointerEvents=1;fontSize=14;align=left;" value="9" vertex="1">
          <mxGeometry height="40" width="32" as="geometry">
            <mxRectangle height="40" width="32" as="alternateBounds" />
          </mxGeometry>
        </mxCell>
        <mxCell id="PYW4Q93ZiJ2KnNfdN5cH-78" parent="PYW4Q93ZiJ2KnNfdN5cH-76" style="shape=partialRectangle;html=1;whiteSpace=wrap;connectable=0;strokeColor=inherit;overflow=hidden;fillColor=none;top=0;left=0;bottom=0;right=0;pointerEvents=1;fontSize=14;align=left;" value="bootrom 配置低速启动，颗粒也是低速，切速率失败，不切速率成功，&lt;font style=&quot;color: light-dark(rgb(255, 0, 0), rgb(255, 255, 255));&quot;&gt;LSS控制关闭&lt;/font&gt;" vertex="1">
          <mxGeometry height="40" width="288" x="32" as="geometry">
            <mxRectangle height="40" width="288" as="alternateBounds" />
          </mxGeometry>
        </mxCell>
        <mxCell id="PYW4Q93ZiJ2KnNfdN5cH-79" parent="PYW4Q93ZiJ2KnNfdN5cH-76" style="shape=partialRectangle;html=1;whiteSpace=wrap;connectable=0;strokeColor=inherit;overflow=hidden;fillColor=none;top=0;left=0;bottom=0;right=0;pointerEvents=1;fontSize=14;align=left;" value="bootrom低速建链切高速失败 --&amp;gt;&amp;nbsp; bootrom &lt;font style=&quot;color: rgb(255, 51, 255);&quot;&gt;低速&lt;/font&gt;建链成功(不切高速)" vertex="1">
          <mxGeometry height="40" width="410" x="320" as="geometry">
            <mxRectangle height="40" width="410" as="alternateBounds" />
          </mxGeometry>
        </mxCell>
        <mxCell id="PYW4Q93ZiJ2KnNfdN5cH-80" parent="PYW4Q93ZiJ2KnNfdN5cH-63" style="shape=tableRow;horizontal=0;startSize=0;swimlaneHead=0;swimlaneBody=0;strokeColor=inherit;top=0;left=0;bottom=0;right=0;collapsible=0;dropTarget=0;fillColor=none;points=[[0,0.5],[1,0.5]];portConstraint=eastwest;fontSize=14;align=left;" value="" vertex="1">
          <mxGeometry height="40" width="730" y="180" as="geometry" />
        </mxCell>
        <mxCell id="PYW4Q93ZiJ2KnNfdN5cH-81" parent="PYW4Q93ZiJ2KnNfdN5cH-80" style="shape=partialRectangle;html=1;whiteSpace=wrap;connectable=0;strokeColor=inherit;overflow=hidden;fillColor=none;top=0;left=0;bottom=0;right=0;pointerEvents=1;fontSize=14;align=left;" value="" vertex="1">
          <mxGeometry height="40" width="32" as="geometry">
            <mxRectangle height="40" width="32" as="alternateBounds" />
          </mxGeometry>
        </mxCell>
        <mxCell id="PYW4Q93ZiJ2KnNfdN5cH-82" parent="PYW4Q93ZiJ2KnNfdN5cH-80" style="shape=partialRectangle;html=1;whiteSpace=wrap;connectable=0;strokeColor=inherit;overflow=hidden;fillColor=none;top=0;left=0;bottom=0;right=0;pointerEvents=1;fontSize=14;align=left;" value="" vertex="1">
          <mxGeometry height="40" width="288" x="32" as="geometry">
            <mxRectangle height="40" width="288" as="alternateBounds" />
          </mxGeometry>
        </mxCell>
        <mxCell id="PYW4Q93ZiJ2KnNfdN5cH-83" parent="PYW4Q93ZiJ2KnNfdN5cH-80" style="shape=partialRectangle;html=1;whiteSpace=wrap;connectable=0;strokeColor=inherit;overflow=hidden;fillColor=none;top=0;left=0;bottom=0;right=0;pointerEvents=1;fontSize=14;align=left;" value="" vertex="1">
          <mxGeometry height="40" width="410" x="320" as="geometry">
            <mxRectangle height="40" width="410" as="alternateBounds" />
          </mxGeometry>
        </mxCell>
        <mxCell id="PYW4Q93ZiJ2KnNfdN5cH-84" parent="PYW4Q93ZiJ2KnNfdN5cH-63" style="shape=tableRow;horizontal=0;startSize=0;swimlaneHead=0;swimlaneBody=0;strokeColor=inherit;top=0;left=0;bottom=0;right=0;collapsible=0;dropTarget=0;fillColor=none;points=[[0,0.5],[1,0.5]];portConstraint=eastwest;fontSize=14;align=left;" value="" vertex="1">
          <mxGeometry height="40" width="730" y="220" as="geometry" />
        </mxCell>
        <mxCell id="PYW4Q93ZiJ2KnNfdN5cH-85" parent="PYW4Q93ZiJ2KnNfdN5cH-84" style="shape=partialRectangle;html=1;whiteSpace=wrap;connectable=0;strokeColor=inherit;overflow=hidden;fillColor=none;top=0;left=0;bottom=0;right=0;pointerEvents=1;fontSize=14;align=left;" value="" vertex="1">
          <mxGeometry height="40" width="32" as="geometry">
            <mxRectangle height="40" width="32" as="alternateBounds" />
          </mxGeometry>
        </mxCell>
        <mxCell id="PYW4Q93ZiJ2KnNfdN5cH-86" parent="PYW4Q93ZiJ2KnNfdN5cH-84" style="shape=partialRectangle;html=1;whiteSpace=wrap;connectable=0;strokeColor=inherit;overflow=hidden;fillColor=none;top=0;left=0;bottom=0;right=0;pointerEvents=1;fontSize=14;align=left;" value="" vertex="1">
          <mxGeometry height="40" width="288" x="32" as="geometry">
            <mxRectangle height="40" width="288" as="alternateBounds" />
          </mxGeometry>
        </mxCell>
        <mxCell id="PYW4Q93ZiJ2KnNfdN5cH-87" parent="PYW4Q93ZiJ2KnNfdN5cH-84" style="shape=partialRectangle;html=1;whiteSpace=wrap;connectable=0;strokeColor=inherit;overflow=hidden;fillColor=none;top=0;left=0;bottom=0;right=0;pointerEvents=1;fontSize=14;align=left;" value="" vertex="1">
          <mxGeometry height="40" width="410" x="320" as="geometry">
            <mxRectangle height="40" width="410" as="alternateBounds" />
          </mxGeometry>
        </mxCell>
      </root>
    </mxGraphModel>
  </diagram>
</mxfile>
